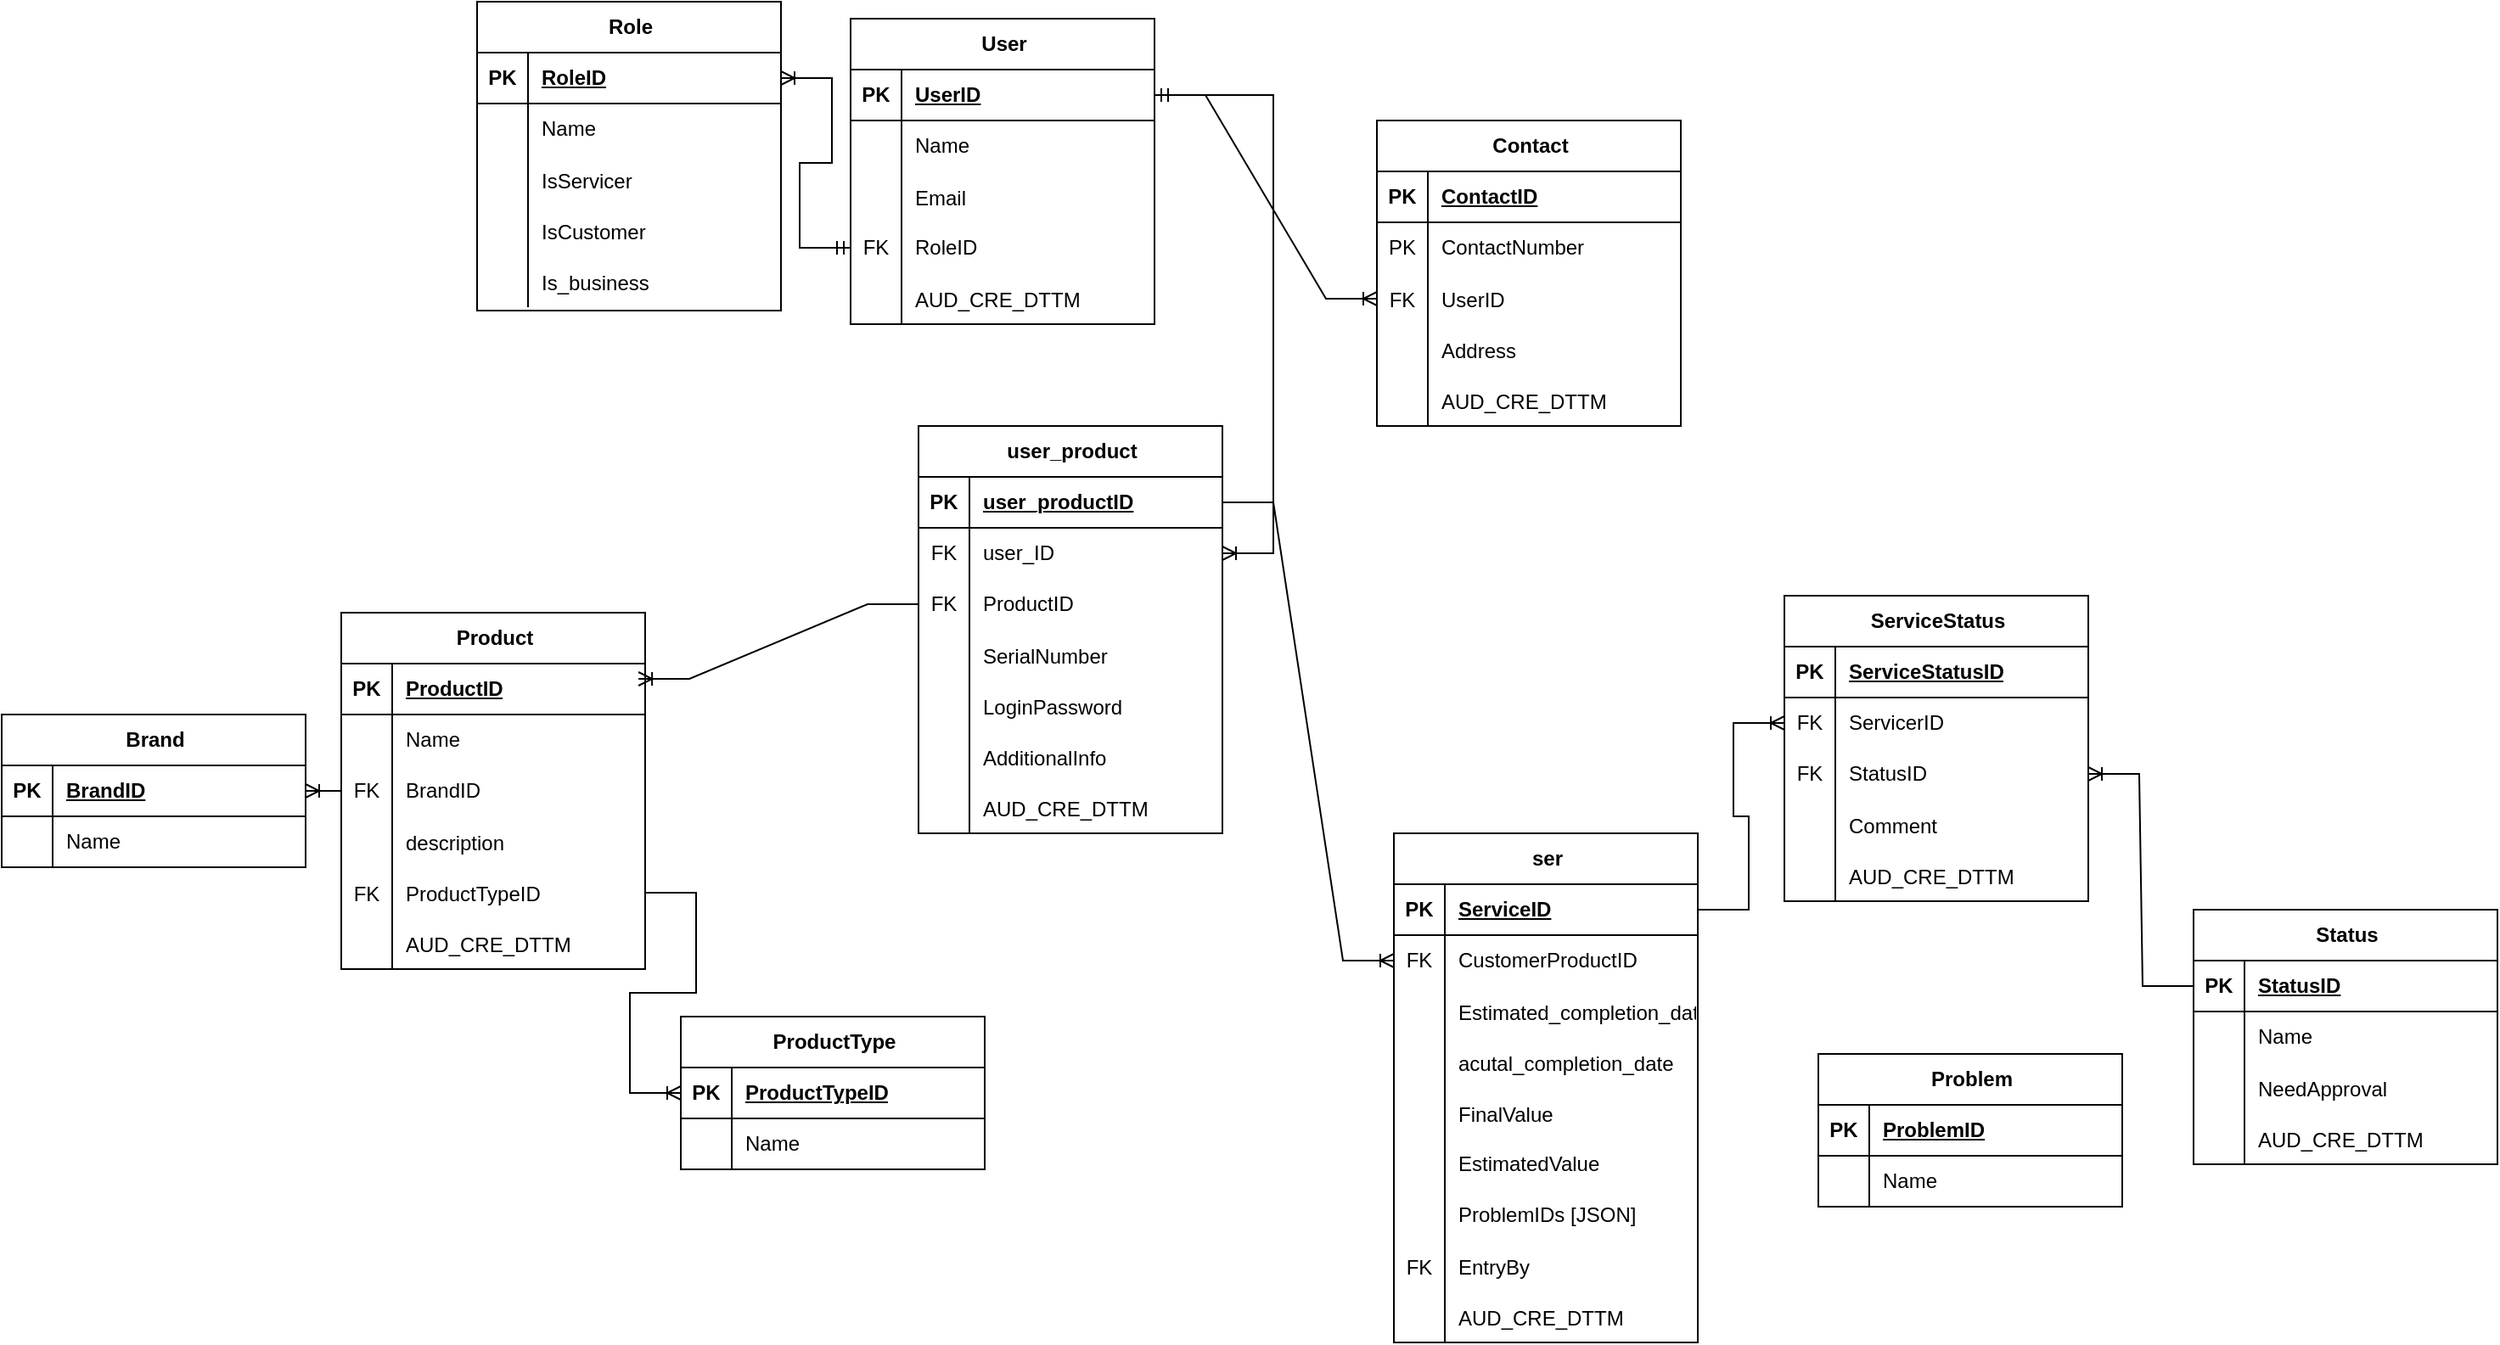
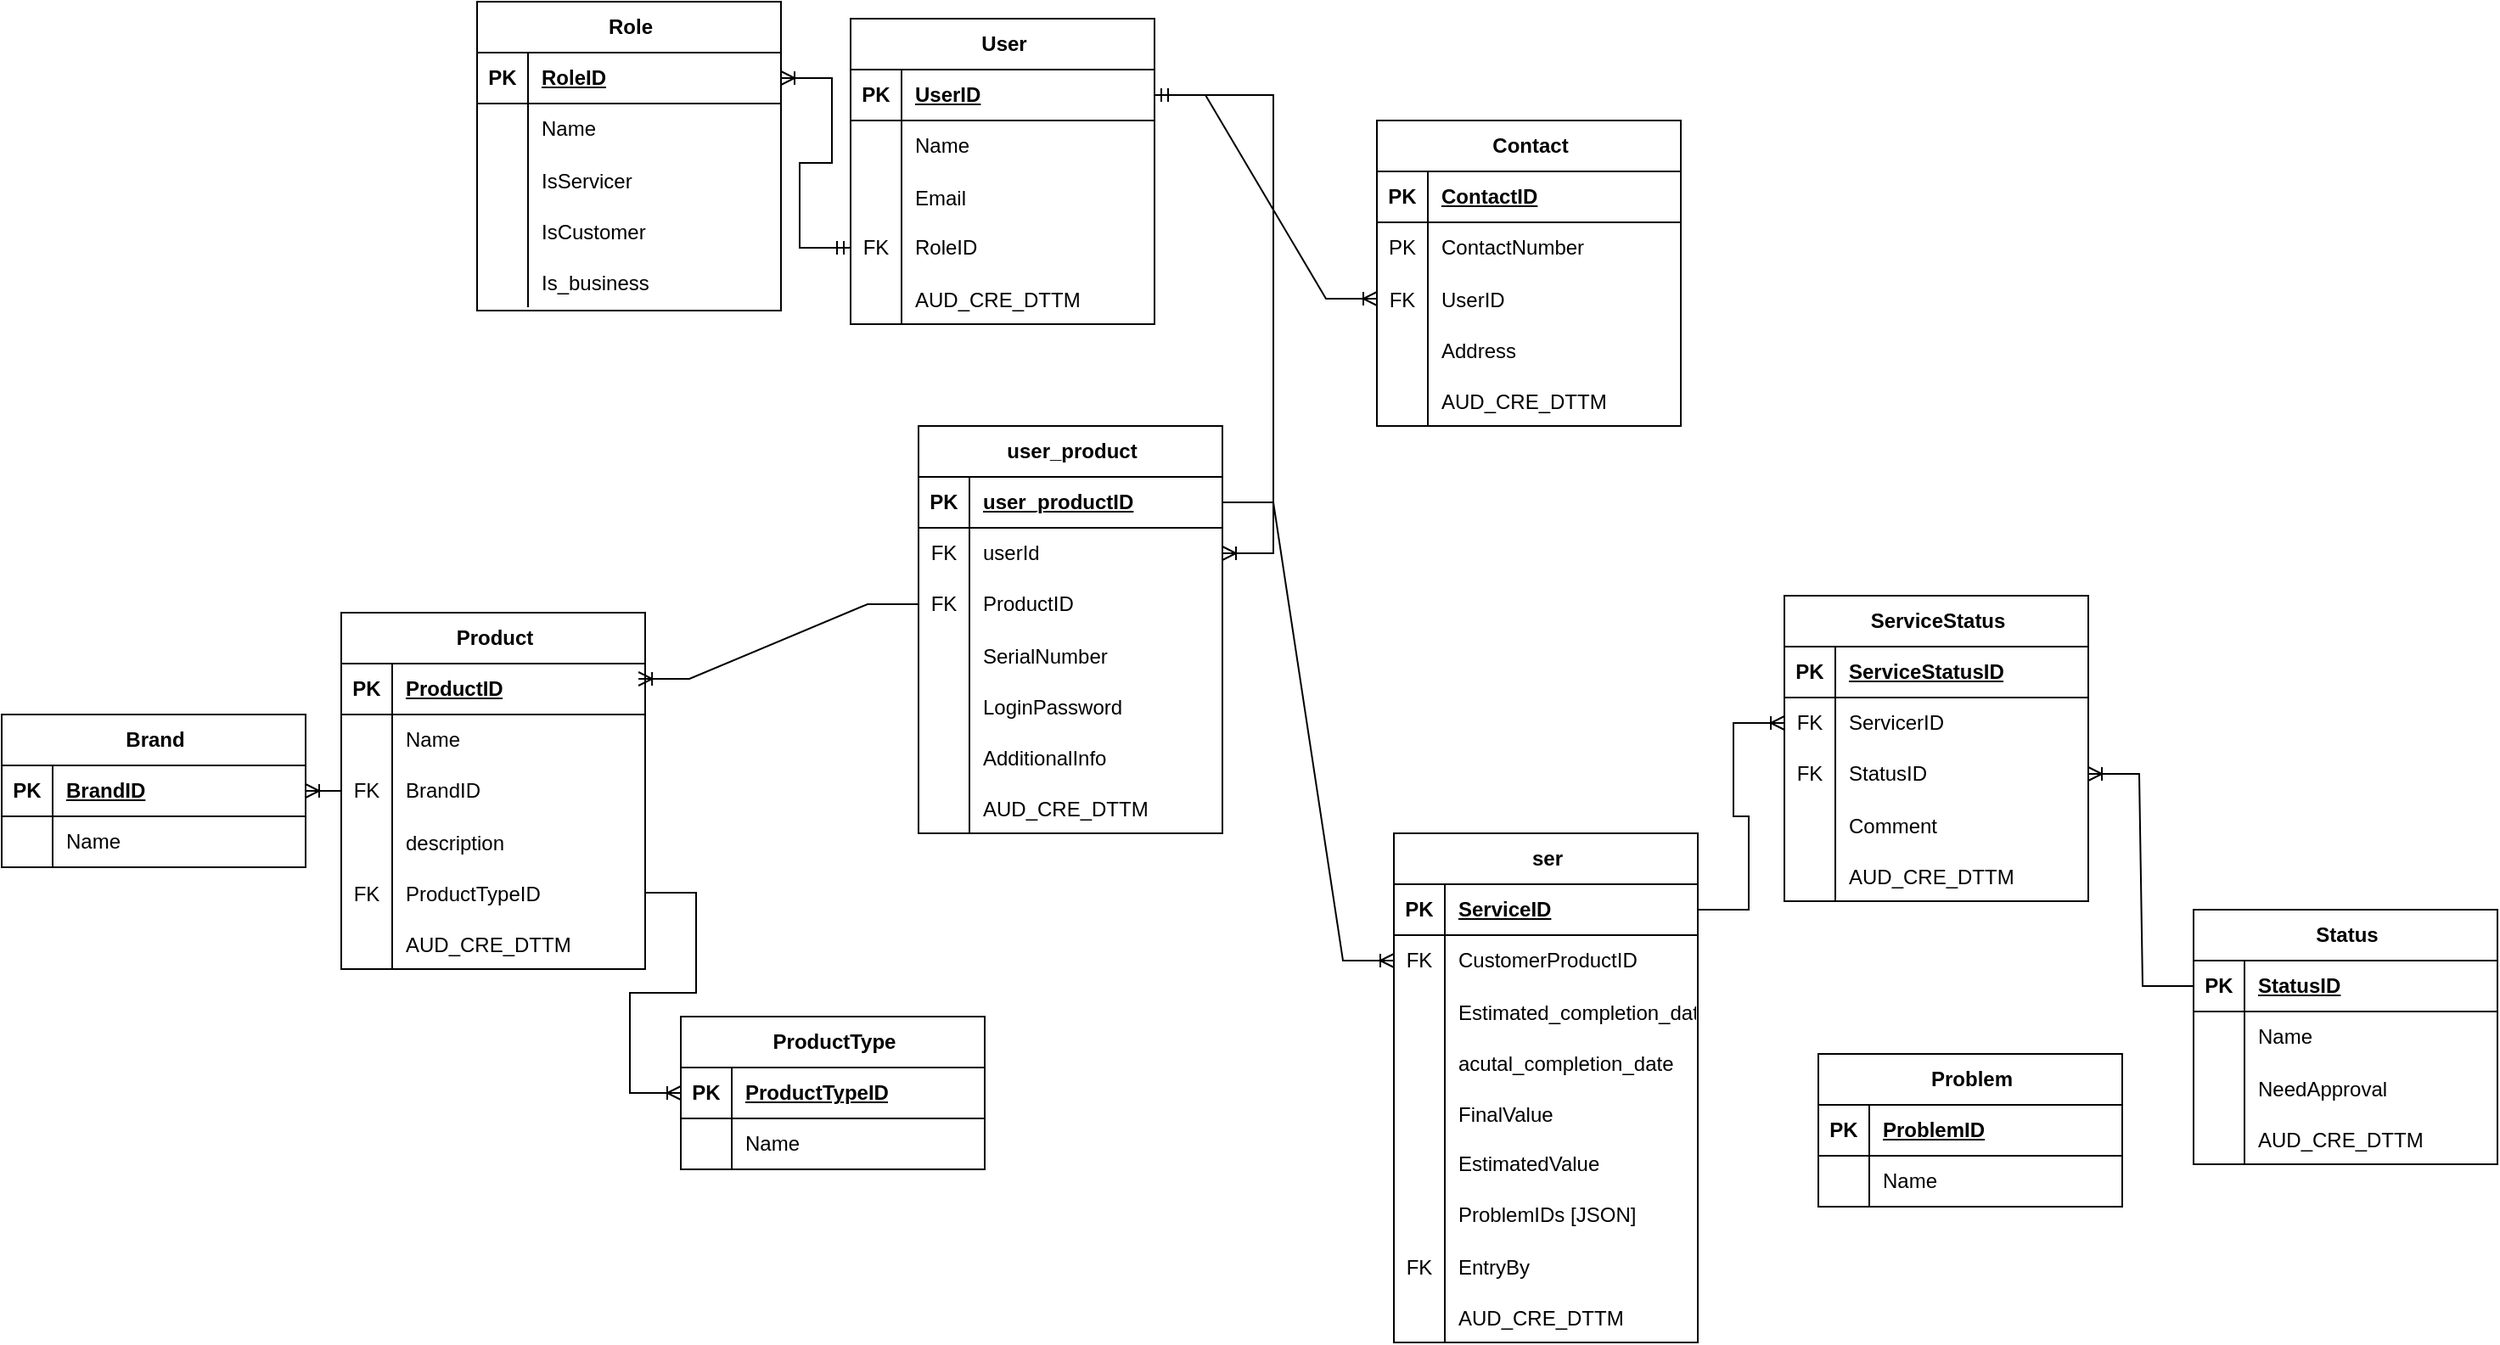
<mxfile host="65bd71144e">
    <diagram name="Page-1" id="C8HubtgNFo4YF2kHRXcu">
        <mxGraphModel dx="1322" dy="549" grid="1" gridSize="10" guides="1" tooltips="1" connect="1" arrows="1" fold="1" page="1" pageScale="1" pageWidth="850" pageHeight="1100" math="0" shadow="0">
            <root>
                <mxCell id="0"/>
                <mxCell id="1" parent="0"/>
                <mxCell id="cUr93fnJDCKAC3NK_D3m-14" value="User" style="shape=table;startSize=30;container=1;collapsible=1;childLayout=tableLayout;fixedRows=1;rowLines=0;fontStyle=1;align=center;resizeLast=1;html=1;" parent="1" vertex="1">
                    <mxGeometry x="-120" y="10" width="179" height="180" as="geometry"/>
                </mxCell>
                <mxCell id="cUr93fnJDCKAC3NK_D3m-15" value="" style="shape=tableRow;horizontal=0;startSize=0;swimlaneHead=0;swimlaneBody=0;fillColor=none;collapsible=0;dropTarget=0;points=[[0,0.5],[1,0.5]];portConstraint=eastwest;top=0;left=0;right=0;bottom=1;" parent="cUr93fnJDCKAC3NK_D3m-14" vertex="1">
                    <mxGeometry y="30" width="179" height="30" as="geometry"/>
                </mxCell>
                <mxCell id="cUr93fnJDCKAC3NK_D3m-16" value="PK" style="shape=partialRectangle;connectable=0;fillColor=none;top=0;left=0;bottom=0;right=0;fontStyle=1;overflow=hidden;whiteSpace=wrap;html=1;" parent="cUr93fnJDCKAC3NK_D3m-15" vertex="1">
                    <mxGeometry width="30" height="30" as="geometry">
                        <mxRectangle width="30" height="30" as="alternateBounds"/>
                    </mxGeometry>
                </mxCell>
                <mxCell id="cUr93fnJDCKAC3NK_D3m-17" value="&lt;div&gt;UserID&lt;/div&gt;" style="shape=partialRectangle;connectable=0;fillColor=none;top=0;left=0;bottom=0;right=0;align=left;spacingLeft=6;fontStyle=5;overflow=hidden;whiteSpace=wrap;html=1;" parent="cUr93fnJDCKAC3NK_D3m-15" vertex="1">
                    <mxGeometry x="30" width="149" height="30" as="geometry">
                        <mxRectangle width="149" height="30" as="alternateBounds"/>
                    </mxGeometry>
                </mxCell>
                <mxCell id="cUr93fnJDCKAC3NK_D3m-18" value="" style="shape=tableRow;horizontal=0;startSize=0;swimlaneHead=0;swimlaneBody=0;fillColor=none;collapsible=0;dropTarget=0;points=[[0,0.5],[1,0.5]];portConstraint=eastwest;top=0;left=0;right=0;bottom=0;" parent="cUr93fnJDCKAC3NK_D3m-14" vertex="1">
                    <mxGeometry y="60" width="179" height="30" as="geometry"/>
                </mxCell>
                <mxCell id="cUr93fnJDCKAC3NK_D3m-19" value="" style="shape=partialRectangle;connectable=0;fillColor=none;top=0;left=0;bottom=0;right=0;editable=1;overflow=hidden;whiteSpace=wrap;html=1;" parent="cUr93fnJDCKAC3NK_D3m-18" vertex="1">
                    <mxGeometry width="30" height="30" as="geometry">
                        <mxRectangle width="30" height="30" as="alternateBounds"/>
                    </mxGeometry>
                </mxCell>
                <mxCell id="cUr93fnJDCKAC3NK_D3m-20" value="Name" style="shape=partialRectangle;connectable=0;fillColor=none;top=0;left=0;bottom=0;right=0;align=left;spacingLeft=6;overflow=hidden;whiteSpace=wrap;html=1;" parent="cUr93fnJDCKAC3NK_D3m-18" vertex="1">
                    <mxGeometry x="30" width="149" height="30" as="geometry">
                        <mxRectangle width="149" height="30" as="alternateBounds"/>
                    </mxGeometry>
                </mxCell>
                <mxCell id="2" value="" style="shape=tableRow;horizontal=0;startSize=0;swimlaneHead=0;swimlaneBody=0;fillColor=none;collapsible=0;dropTarget=0;points=[[0,0.5],[1,0.5]];portConstraint=eastwest;top=0;left=0;right=0;bottom=0;" vertex="1" parent="cUr93fnJDCKAC3NK_D3m-14">
                    <mxGeometry y="90" width="179" height="30" as="geometry"/>
                </mxCell>
                <mxCell id="3" value="" style="shape=partialRectangle;connectable=0;fillColor=none;top=0;left=0;bottom=0;right=0;editable=1;overflow=hidden;" vertex="1" parent="2">
                    <mxGeometry width="30" height="30" as="geometry">
                        <mxRectangle width="30" height="30" as="alternateBounds"/>
                    </mxGeometry>
                </mxCell>
                <mxCell id="4" value="Email" style="shape=partialRectangle;connectable=0;fillColor=none;top=0;left=0;bottom=0;right=0;align=left;spacingLeft=6;overflow=hidden;" vertex="1" parent="2">
                    <mxGeometry x="30" width="149" height="30" as="geometry">
                        <mxRectangle width="149" height="30" as="alternateBounds"/>
                    </mxGeometry>
                </mxCell>
                <mxCell id="cUr93fnJDCKAC3NK_D3m-24" value="" style="shape=tableRow;horizontal=0;startSize=0;swimlaneHead=0;swimlaneBody=0;fillColor=none;collapsible=0;dropTarget=0;points=[[0,0.5],[1,0.5]];portConstraint=eastwest;top=0;left=0;right=0;bottom=0;" parent="cUr93fnJDCKAC3NK_D3m-14" vertex="1">
                    <mxGeometry y="120" width="179" height="30" as="geometry"/>
                </mxCell>
                <mxCell id="cUr93fnJDCKAC3NK_D3m-25" value="FK" style="shape=partialRectangle;connectable=0;fillColor=none;top=0;left=0;bottom=0;right=0;editable=1;overflow=hidden;whiteSpace=wrap;html=1;" parent="cUr93fnJDCKAC3NK_D3m-24" vertex="1">
                    <mxGeometry width="30" height="30" as="geometry">
                        <mxRectangle width="30" height="30" as="alternateBounds"/>
                    </mxGeometry>
                </mxCell>
                <mxCell id="cUr93fnJDCKAC3NK_D3m-26" value="RoleID" style="shape=partialRectangle;connectable=0;fillColor=none;top=0;left=0;bottom=0;right=0;align=left;spacingLeft=6;overflow=hidden;whiteSpace=wrap;html=1;" parent="cUr93fnJDCKAC3NK_D3m-24" vertex="1">
                    <mxGeometry x="30" width="149" height="30" as="geometry">
                        <mxRectangle width="149" height="30" as="alternateBounds"/>
                    </mxGeometry>
                </mxCell>
                <mxCell id="cUr93fnJDCKAC3NK_D3m-81" value="" style="shape=tableRow;horizontal=0;startSize=0;swimlaneHead=0;swimlaneBody=0;fillColor=none;collapsible=0;dropTarget=0;points=[[0,0.5],[1,0.5]];portConstraint=eastwest;top=0;left=0;right=0;bottom=0;" parent="cUr93fnJDCKAC3NK_D3m-14" vertex="1">
                    <mxGeometry y="150" width="179" height="30" as="geometry"/>
                </mxCell>
                <mxCell id="cUr93fnJDCKAC3NK_D3m-82" value="" style="shape=partialRectangle;connectable=0;fillColor=none;top=0;left=0;bottom=0;right=0;editable=1;overflow=hidden;" parent="cUr93fnJDCKAC3NK_D3m-81" vertex="1">
                    <mxGeometry width="30" height="30" as="geometry">
                        <mxRectangle width="30" height="30" as="alternateBounds"/>
                    </mxGeometry>
                </mxCell>
                <mxCell id="cUr93fnJDCKAC3NK_D3m-83" value="AUD_CRE_DTTM" style="shape=partialRectangle;connectable=0;fillColor=none;top=0;left=0;bottom=0;right=0;align=left;spacingLeft=6;overflow=hidden;" parent="cUr93fnJDCKAC3NK_D3m-81" vertex="1">
                    <mxGeometry x="30" width="149" height="30" as="geometry">
                        <mxRectangle width="149" height="30" as="alternateBounds"/>
                    </mxGeometry>
                </mxCell>
                <mxCell id="cUr93fnJDCKAC3NK_D3m-62" value="Contact" style="shape=table;startSize=30;container=1;collapsible=1;childLayout=tableLayout;fixedRows=1;rowLines=0;fontStyle=1;align=center;resizeLast=1;html=1;" parent="1" vertex="1">
                    <mxGeometry x="190" y="70" width="179" height="180" as="geometry"/>
                </mxCell>
                <mxCell id="cUr93fnJDCKAC3NK_D3m-63" value="" style="shape=tableRow;horizontal=0;startSize=0;swimlaneHead=0;swimlaneBody=0;fillColor=none;collapsible=0;dropTarget=0;points=[[0,0.5],[1,0.5]];portConstraint=eastwest;top=0;left=0;right=0;bottom=1;" parent="cUr93fnJDCKAC3NK_D3m-62" vertex="1">
                    <mxGeometry y="30" width="179" height="30" as="geometry"/>
                </mxCell>
                <mxCell id="cUr93fnJDCKAC3NK_D3m-64" value="PK" style="shape=partialRectangle;connectable=0;fillColor=none;top=0;left=0;bottom=0;right=0;fontStyle=1;overflow=hidden;whiteSpace=wrap;html=1;" parent="cUr93fnJDCKAC3NK_D3m-63" vertex="1">
                    <mxGeometry width="30" height="30" as="geometry">
                        <mxRectangle width="30" height="30" as="alternateBounds"/>
                    </mxGeometry>
                </mxCell>
                <mxCell id="cUr93fnJDCKAC3NK_D3m-65" value="ContactID" style="shape=partialRectangle;connectable=0;fillColor=none;top=0;left=0;bottom=0;right=0;align=left;spacingLeft=6;fontStyle=5;overflow=hidden;whiteSpace=wrap;html=1;" parent="cUr93fnJDCKAC3NK_D3m-63" vertex="1">
                    <mxGeometry x="30" width="149" height="30" as="geometry">
                        <mxRectangle width="149" height="30" as="alternateBounds"/>
                    </mxGeometry>
                </mxCell>
                <mxCell id="cUr93fnJDCKAC3NK_D3m-66" value="" style="shape=tableRow;horizontal=0;startSize=0;swimlaneHead=0;swimlaneBody=0;fillColor=none;collapsible=0;dropTarget=0;points=[[0,0.5],[1,0.5]];portConstraint=eastwest;top=0;left=0;right=0;bottom=0;" parent="cUr93fnJDCKAC3NK_D3m-62" vertex="1">
                    <mxGeometry y="60" width="179" height="30" as="geometry"/>
                </mxCell>
                <mxCell id="cUr93fnJDCKAC3NK_D3m-67" value="PK" style="shape=partialRectangle;connectable=0;fillColor=none;top=0;left=0;bottom=0;right=0;editable=1;overflow=hidden;whiteSpace=wrap;html=1;" parent="cUr93fnJDCKAC3NK_D3m-66" vertex="1">
                    <mxGeometry width="30" height="30" as="geometry">
                        <mxRectangle width="30" height="30" as="alternateBounds"/>
                    </mxGeometry>
                </mxCell>
                <mxCell id="cUr93fnJDCKAC3NK_D3m-68" value="ContactNumber" style="shape=partialRectangle;connectable=0;fillColor=none;top=0;left=0;bottom=0;right=0;align=left;spacingLeft=6;overflow=hidden;whiteSpace=wrap;html=1;" parent="cUr93fnJDCKAC3NK_D3m-66" vertex="1">
                    <mxGeometry x="30" width="149" height="30" as="geometry">
                        <mxRectangle width="149" height="30" as="alternateBounds"/>
                    </mxGeometry>
                </mxCell>
                <mxCell id="5" value="" style="shape=tableRow;horizontal=0;startSize=0;swimlaneHead=0;swimlaneBody=0;fillColor=none;collapsible=0;dropTarget=0;points=[[0,0.5],[1,0.5]];portConstraint=eastwest;top=0;left=0;right=0;bottom=0;" vertex="1" parent="cUr93fnJDCKAC3NK_D3m-62">
                    <mxGeometry y="90" width="179" height="30" as="geometry"/>
                </mxCell>
                <mxCell id="6" value="FK" style="shape=partialRectangle;connectable=0;fillColor=none;top=0;left=0;bottom=0;right=0;editable=1;overflow=hidden;" vertex="1" parent="5">
                    <mxGeometry width="30" height="30" as="geometry">
                        <mxRectangle width="30" height="30" as="alternateBounds"/>
                    </mxGeometry>
                </mxCell>
                <mxCell id="7" value="UserID" style="shape=partialRectangle;connectable=0;fillColor=none;top=0;left=0;bottom=0;right=0;align=left;spacingLeft=6;overflow=hidden;" vertex="1" parent="5">
                    <mxGeometry x="30" width="149" height="30" as="geometry">
                        <mxRectangle width="149" height="30" as="alternateBounds"/>
                    </mxGeometry>
                </mxCell>
                <mxCell id="cUr93fnJDCKAC3NK_D3m-182" value="" style="shape=tableRow;horizontal=0;startSize=0;swimlaneHead=0;swimlaneBody=0;fillColor=none;collapsible=0;dropTarget=0;points=[[0,0.5],[1,0.5]];portConstraint=eastwest;top=0;left=0;right=0;bottom=0;" parent="cUr93fnJDCKAC3NK_D3m-62" vertex="1">
                    <mxGeometry y="120" width="179" height="30" as="geometry"/>
                </mxCell>
                <mxCell id="cUr93fnJDCKAC3NK_D3m-183" value="" style="shape=partialRectangle;connectable=0;fillColor=none;top=0;left=0;bottom=0;right=0;editable=1;overflow=hidden;" parent="cUr93fnJDCKAC3NK_D3m-182" vertex="1">
                    <mxGeometry width="30" height="30" as="geometry">
                        <mxRectangle width="30" height="30" as="alternateBounds"/>
                    </mxGeometry>
                </mxCell>
                <mxCell id="cUr93fnJDCKAC3NK_D3m-184" value="Address" style="shape=partialRectangle;connectable=0;fillColor=none;top=0;left=0;bottom=0;right=0;align=left;spacingLeft=6;overflow=hidden;" parent="cUr93fnJDCKAC3NK_D3m-182" vertex="1">
                    <mxGeometry x="30" width="149" height="30" as="geometry">
                        <mxRectangle width="149" height="30" as="alternateBounds"/>
                    </mxGeometry>
                </mxCell>
                <mxCell id="cUr93fnJDCKAC3NK_D3m-87" value="" style="shape=tableRow;horizontal=0;startSize=0;swimlaneHead=0;swimlaneBody=0;fillColor=none;collapsible=0;dropTarget=0;points=[[0,0.5],[1,0.5]];portConstraint=eastwest;top=0;left=0;right=0;bottom=0;" parent="cUr93fnJDCKAC3NK_D3m-62" vertex="1">
                    <mxGeometry y="150" width="179" height="30" as="geometry"/>
                </mxCell>
                <mxCell id="cUr93fnJDCKAC3NK_D3m-88" value="" style="shape=partialRectangle;connectable=0;fillColor=none;top=0;left=0;bottom=0;right=0;editable=1;overflow=hidden;" parent="cUr93fnJDCKAC3NK_D3m-87" vertex="1">
                    <mxGeometry width="30" height="30" as="geometry">
                        <mxRectangle width="30" height="30" as="alternateBounds"/>
                    </mxGeometry>
                </mxCell>
                <mxCell id="cUr93fnJDCKAC3NK_D3m-89" value="AUD_CRE_DTTM" style="shape=partialRectangle;connectable=0;fillColor=none;top=0;left=0;bottom=0;right=0;align=left;spacingLeft=6;overflow=hidden;" parent="cUr93fnJDCKAC3NK_D3m-87" vertex="1">
                    <mxGeometry x="30" width="149" height="30" as="geometry">
                        <mxRectangle width="149" height="30" as="alternateBounds"/>
                    </mxGeometry>
                </mxCell>
                <mxCell id="cUr93fnJDCKAC3NK_D3m-99" value="" style="edgeStyle=entityRelationEdgeStyle;fontSize=12;html=1;endArrow=ERoneToMany;startArrow=ERmandOne;rounded=0;entryX=0;entryY=0.5;entryDx=0;entryDy=0;exitX=1;exitY=0.5;exitDx=0;exitDy=0;" parent="1" source="cUr93fnJDCKAC3NK_D3m-15" target="5" edge="1">
                    <mxGeometry width="100" height="100" relative="1" as="geometry">
                        <mxPoint x="370" y="220" as="sourcePoint"/>
                        <mxPoint x="470" y="120" as="targetPoint"/>
                    </mxGeometry>
                </mxCell>
                <mxCell id="cUr93fnJDCKAC3NK_D3m-100" value="Role" style="shape=table;startSize=30;container=1;collapsible=1;childLayout=tableLayout;fixedRows=1;rowLines=0;fontStyle=1;align=center;resizeLast=1;html=1;" parent="1" vertex="1">
                    <mxGeometry x="-340" width="179" height="182" as="geometry"/>
                </mxCell>
                <mxCell id="cUr93fnJDCKAC3NK_D3m-101" value="" style="shape=tableRow;horizontal=0;startSize=0;swimlaneHead=0;swimlaneBody=0;fillColor=none;collapsible=0;dropTarget=0;points=[[0,0.5],[1,0.5]];portConstraint=eastwest;top=0;left=0;right=0;bottom=1;" parent="cUr93fnJDCKAC3NK_D3m-100" vertex="1">
                    <mxGeometry y="30" width="179" height="30" as="geometry"/>
                </mxCell>
                <mxCell id="cUr93fnJDCKAC3NK_D3m-102" value="PK" style="shape=partialRectangle;connectable=0;fillColor=none;top=0;left=0;bottom=0;right=0;fontStyle=1;overflow=hidden;whiteSpace=wrap;html=1;" parent="cUr93fnJDCKAC3NK_D3m-101" vertex="1">
                    <mxGeometry width="30" height="30" as="geometry">
                        <mxRectangle width="30" height="30" as="alternateBounds"/>
                    </mxGeometry>
                </mxCell>
                <mxCell id="cUr93fnJDCKAC3NK_D3m-103" value="RoleID" style="shape=partialRectangle;connectable=0;fillColor=none;top=0;left=0;bottom=0;right=0;align=left;spacingLeft=6;fontStyle=5;overflow=hidden;whiteSpace=wrap;html=1;" parent="cUr93fnJDCKAC3NK_D3m-101" vertex="1">
                    <mxGeometry x="30" width="149" height="30" as="geometry">
                        <mxRectangle width="149" height="30" as="alternateBounds"/>
                    </mxGeometry>
                </mxCell>
                <mxCell id="cUr93fnJDCKAC3NK_D3m-104" value="" style="shape=tableRow;horizontal=0;startSize=0;swimlaneHead=0;swimlaneBody=0;fillColor=none;collapsible=0;dropTarget=0;points=[[0,0.5],[1,0.5]];portConstraint=eastwest;top=0;left=0;right=0;bottom=0;" parent="cUr93fnJDCKAC3NK_D3m-100" vertex="1">
                    <mxGeometry y="60" width="179" height="30" as="geometry"/>
                </mxCell>
                <mxCell id="cUr93fnJDCKAC3NK_D3m-105" value="" style="shape=partialRectangle;connectable=0;fillColor=none;top=0;left=0;bottom=0;right=0;editable=1;overflow=hidden;whiteSpace=wrap;html=1;" parent="cUr93fnJDCKAC3NK_D3m-104" vertex="1">
                    <mxGeometry width="30" height="30" as="geometry">
                        <mxRectangle width="30" height="30" as="alternateBounds"/>
                    </mxGeometry>
                </mxCell>
                <mxCell id="cUr93fnJDCKAC3NK_D3m-106" value="Name" style="shape=partialRectangle;connectable=0;fillColor=none;top=0;left=0;bottom=0;right=0;align=left;spacingLeft=6;overflow=hidden;whiteSpace=wrap;html=1;" parent="cUr93fnJDCKAC3NK_D3m-104" vertex="1">
                    <mxGeometry x="30" width="149" height="30" as="geometry">
                        <mxRectangle width="149" height="30" as="alternateBounds"/>
                    </mxGeometry>
                </mxCell>
                <mxCell id="i-P9ySIGG9A3UQozedbz-52" value="" style="shape=tableRow;horizontal=0;startSize=0;swimlaneHead=0;swimlaneBody=0;fillColor=none;collapsible=0;dropTarget=0;points=[[0,0.5],[1,0.5]];portConstraint=eastwest;top=0;left=0;right=0;bottom=0;" parent="cUr93fnJDCKAC3NK_D3m-100" vertex="1">
                    <mxGeometry y="90" width="179" height="30" as="geometry"/>
                </mxCell>
                <mxCell id="i-P9ySIGG9A3UQozedbz-53" value="" style="shape=partialRectangle;connectable=0;fillColor=none;top=0;left=0;bottom=0;right=0;editable=1;overflow=hidden;" parent="i-P9ySIGG9A3UQozedbz-52" vertex="1">
                    <mxGeometry width="30" height="30" as="geometry">
                        <mxRectangle width="30" height="30" as="alternateBounds"/>
                    </mxGeometry>
                </mxCell>
                <mxCell id="i-P9ySIGG9A3UQozedbz-54" value="IsServicer" style="shape=partialRectangle;connectable=0;fillColor=none;top=0;left=0;bottom=0;right=0;align=left;spacingLeft=6;overflow=hidden;" parent="i-P9ySIGG9A3UQozedbz-52" vertex="1">
                    <mxGeometry x="30" width="149" height="30" as="geometry">
                        <mxRectangle width="149" height="30" as="alternateBounds"/>
                    </mxGeometry>
                </mxCell>
                <mxCell id="i-P9ySIGG9A3UQozedbz-55" value="" style="shape=tableRow;horizontal=0;startSize=0;swimlaneHead=0;swimlaneBody=0;fillColor=none;collapsible=0;dropTarget=0;points=[[0,0.5],[1,0.5]];portConstraint=eastwest;top=0;left=0;right=0;bottom=0;" parent="cUr93fnJDCKAC3NK_D3m-100" vertex="1">
                    <mxGeometry y="120" width="179" height="30" as="geometry"/>
                </mxCell>
                <mxCell id="i-P9ySIGG9A3UQozedbz-56" value="" style="shape=partialRectangle;connectable=0;fillColor=none;top=0;left=0;bottom=0;right=0;editable=1;overflow=hidden;" parent="i-P9ySIGG9A3UQozedbz-55" vertex="1">
                    <mxGeometry width="30" height="30" as="geometry">
                        <mxRectangle width="30" height="30" as="alternateBounds"/>
                    </mxGeometry>
                </mxCell>
                <mxCell id="i-P9ySIGG9A3UQozedbz-57" value="IsCustomer" style="shape=partialRectangle;connectable=0;fillColor=none;top=0;left=0;bottom=0;right=0;align=left;spacingLeft=6;overflow=hidden;" parent="i-P9ySIGG9A3UQozedbz-55" vertex="1">
                    <mxGeometry x="30" width="149" height="30" as="geometry">
                        <mxRectangle width="149" height="30" as="alternateBounds"/>
                    </mxGeometry>
                </mxCell>
                <mxCell id="8" value="" style="shape=tableRow;horizontal=0;startSize=0;swimlaneHead=0;swimlaneBody=0;fillColor=none;collapsible=0;dropTarget=0;points=[[0,0.5],[1,0.5]];portConstraint=eastwest;top=0;left=0;right=0;bottom=0;" vertex="1" parent="cUr93fnJDCKAC3NK_D3m-100">
                    <mxGeometry y="150" width="179" height="30" as="geometry"/>
                </mxCell>
                <mxCell id="9" value="" style="shape=partialRectangle;connectable=0;fillColor=none;top=0;left=0;bottom=0;right=0;editable=1;overflow=hidden;" vertex="1" parent="8">
                    <mxGeometry width="30" height="30" as="geometry">
                        <mxRectangle width="30" height="30" as="alternateBounds"/>
                    </mxGeometry>
                </mxCell>
                <mxCell id="10" value="Is_business" style="shape=partialRectangle;connectable=0;fillColor=none;top=0;left=0;bottom=0;right=0;align=left;spacingLeft=6;overflow=hidden;" vertex="1" parent="8">
                    <mxGeometry x="30" width="149" height="30" as="geometry">
                        <mxRectangle width="149" height="30" as="alternateBounds"/>
                    </mxGeometry>
                </mxCell>
                <mxCell id="cUr93fnJDCKAC3NK_D3m-122" value="" style="edgeStyle=entityRelationEdgeStyle;fontSize=12;html=1;endArrow=ERoneToMany;startArrow=ERmandOne;rounded=0;" parent="1" source="cUr93fnJDCKAC3NK_D3m-24" target="cUr93fnJDCKAC3NK_D3m-101" edge="1">
                    <mxGeometry width="100" height="100" relative="1" as="geometry">
                        <mxPoint x="339" y="205" as="sourcePoint"/>
                        <mxPoint x="440" y="90" as="targetPoint"/>
                    </mxGeometry>
                </mxCell>
                <mxCell id="cUr93fnJDCKAC3NK_D3m-140" value="ser" style="shape=table;startSize=30;container=1;collapsible=1;childLayout=tableLayout;fixedRows=1;rowLines=0;fontStyle=1;align=center;resizeLast=1;html=1;" parent="1" vertex="1">
                    <mxGeometry x="200" y="490" width="179" height="300" as="geometry"/>
                </mxCell>
                <mxCell id="cUr93fnJDCKAC3NK_D3m-141" value="" style="shape=tableRow;horizontal=0;startSize=0;swimlaneHead=0;swimlaneBody=0;fillColor=none;collapsible=0;dropTarget=0;points=[[0,0.5],[1,0.5]];portConstraint=eastwest;top=0;left=0;right=0;bottom=1;" parent="cUr93fnJDCKAC3NK_D3m-140" vertex="1">
                    <mxGeometry y="30" width="179" height="30" as="geometry"/>
                </mxCell>
                <mxCell id="cUr93fnJDCKAC3NK_D3m-142" value="PK" style="shape=partialRectangle;connectable=0;fillColor=none;top=0;left=0;bottom=0;right=0;fontStyle=1;overflow=hidden;whiteSpace=wrap;html=1;" parent="cUr93fnJDCKAC3NK_D3m-141" vertex="1">
                    <mxGeometry width="30" height="30" as="geometry">
                        <mxRectangle width="30" height="30" as="alternateBounds"/>
                    </mxGeometry>
                </mxCell>
                <mxCell id="cUr93fnJDCKAC3NK_D3m-143" value="ServiceID" style="shape=partialRectangle;connectable=0;fillColor=none;top=0;left=0;bottom=0;right=0;align=left;spacingLeft=6;fontStyle=5;overflow=hidden;whiteSpace=wrap;html=1;" parent="cUr93fnJDCKAC3NK_D3m-141" vertex="1">
                    <mxGeometry x="30" width="149" height="30" as="geometry">
                        <mxRectangle width="149" height="30" as="alternateBounds"/>
                    </mxGeometry>
                </mxCell>
                <mxCell id="cUr93fnJDCKAC3NK_D3m-144" value="" style="shape=tableRow;horizontal=0;startSize=0;swimlaneHead=0;swimlaneBody=0;fillColor=none;collapsible=0;dropTarget=0;points=[[0,0.5],[1,0.5]];portConstraint=eastwest;top=0;left=0;right=0;bottom=0;" parent="cUr93fnJDCKAC3NK_D3m-140" vertex="1">
                    <mxGeometry y="60" width="179" height="30" as="geometry"/>
                </mxCell>
                <mxCell id="cUr93fnJDCKAC3NK_D3m-145" value="FK" style="shape=partialRectangle;connectable=0;fillColor=none;top=0;left=0;bottom=0;right=0;editable=1;overflow=hidden;whiteSpace=wrap;html=1;" parent="cUr93fnJDCKAC3NK_D3m-144" vertex="1">
                    <mxGeometry width="30" height="30" as="geometry">
                        <mxRectangle width="30" height="30" as="alternateBounds"/>
                    </mxGeometry>
                </mxCell>
                <mxCell id="cUr93fnJDCKAC3NK_D3m-146" value="CustomerProductID" style="shape=partialRectangle;connectable=0;fillColor=none;top=0;left=0;bottom=0;right=0;align=left;spacingLeft=6;overflow=hidden;whiteSpace=wrap;html=1;" parent="cUr93fnJDCKAC3NK_D3m-144" vertex="1">
                    <mxGeometry x="30" width="149" height="30" as="geometry">
                        <mxRectangle width="149" height="30" as="alternateBounds"/>
                    </mxGeometry>
                </mxCell>
                <mxCell id="15" value="" style="shape=tableRow;horizontal=0;startSize=0;swimlaneHead=0;swimlaneBody=0;fillColor=none;collapsible=0;dropTarget=0;points=[[0,0.5],[1,0.5]];portConstraint=eastwest;top=0;left=0;right=0;bottom=0;" vertex="1" parent="cUr93fnJDCKAC3NK_D3m-140">
                    <mxGeometry y="90" width="179" height="30" as="geometry"/>
                </mxCell>
                <mxCell id="16" value="" style="shape=partialRectangle;connectable=0;fillColor=none;top=0;left=0;bottom=0;right=0;editable=1;overflow=hidden;" vertex="1" parent="15">
                    <mxGeometry width="30" height="30" as="geometry">
                        <mxRectangle width="30" height="30" as="alternateBounds"/>
                    </mxGeometry>
                </mxCell>
                <mxCell id="17" value="Estimated_completion_date" style="shape=partialRectangle;connectable=0;fillColor=none;top=0;left=0;bottom=0;right=0;align=left;spacingLeft=6;overflow=hidden;" vertex="1" parent="15">
                    <mxGeometry x="30" width="149" height="30" as="geometry">
                        <mxRectangle width="149" height="30" as="alternateBounds"/>
                    </mxGeometry>
                </mxCell>
                <mxCell id="18" value="" style="shape=tableRow;horizontal=0;startSize=0;swimlaneHead=0;swimlaneBody=0;fillColor=none;collapsible=0;dropTarget=0;points=[[0,0.5],[1,0.5]];portConstraint=eastwest;top=0;left=0;right=0;bottom=0;" vertex="1" parent="cUr93fnJDCKAC3NK_D3m-140">
                    <mxGeometry y="120" width="179" height="30" as="geometry"/>
                </mxCell>
                <mxCell id="19" value="" style="shape=partialRectangle;connectable=0;fillColor=none;top=0;left=0;bottom=0;right=0;editable=1;overflow=hidden;" vertex="1" parent="18">
                    <mxGeometry width="30" height="30" as="geometry">
                        <mxRectangle width="30" height="30" as="alternateBounds"/>
                    </mxGeometry>
                </mxCell>
                <mxCell id="20" value="acutal_completion_date" style="shape=partialRectangle;connectable=0;fillColor=none;top=0;left=0;bottom=0;right=0;align=left;spacingLeft=6;overflow=hidden;" vertex="1" parent="18">
                    <mxGeometry x="30" width="149" height="30" as="geometry">
                        <mxRectangle width="149" height="30" as="alternateBounds"/>
                    </mxGeometry>
                </mxCell>
                <mxCell id="i-P9ySIGG9A3UQozedbz-27" value="" style="shape=tableRow;horizontal=0;startSize=0;swimlaneHead=0;swimlaneBody=0;fillColor=none;collapsible=0;dropTarget=0;points=[[0,0.5],[1,0.5]];portConstraint=eastwest;top=0;left=0;right=0;bottom=0;" parent="cUr93fnJDCKAC3NK_D3m-140" vertex="1">
                    <mxGeometry y="150" width="179" height="30" as="geometry"/>
                </mxCell>
                <mxCell id="i-P9ySIGG9A3UQozedbz-28" value="" style="shape=partialRectangle;connectable=0;fillColor=none;top=0;left=0;bottom=0;right=0;editable=1;overflow=hidden;" parent="i-P9ySIGG9A3UQozedbz-27" vertex="1">
                    <mxGeometry width="30" height="30" as="geometry">
                        <mxRectangle width="30" height="30" as="alternateBounds"/>
                    </mxGeometry>
                </mxCell>
                <mxCell id="i-P9ySIGG9A3UQozedbz-29" value="FinalValue" style="shape=partialRectangle;connectable=0;fillColor=none;top=0;left=0;bottom=0;right=0;align=left;spacingLeft=6;overflow=hidden;" parent="i-P9ySIGG9A3UQozedbz-27" vertex="1">
                    <mxGeometry x="30" width="149" height="30" as="geometry">
                        <mxRectangle width="149" height="30" as="alternateBounds"/>
                    </mxGeometry>
                </mxCell>
                <mxCell id="cUr93fnJDCKAC3NK_D3m-147" value="" style="shape=tableRow;horizontal=0;startSize=0;swimlaneHead=0;swimlaneBody=0;fillColor=none;collapsible=0;dropTarget=0;points=[[0,0.5],[1,0.5]];portConstraint=eastwest;top=0;left=0;right=0;bottom=0;" parent="cUr93fnJDCKAC3NK_D3m-140" vertex="1">
                    <mxGeometry y="180" width="179" height="30" as="geometry"/>
                </mxCell>
                <mxCell id="cUr93fnJDCKAC3NK_D3m-148" value="" style="shape=partialRectangle;connectable=0;fillColor=none;top=0;left=0;bottom=0;right=0;editable=1;overflow=hidden;whiteSpace=wrap;html=1;" parent="cUr93fnJDCKAC3NK_D3m-147" vertex="1">
                    <mxGeometry width="30" height="30" as="geometry">
                        <mxRectangle width="30" height="30" as="alternateBounds"/>
                    </mxGeometry>
                </mxCell>
                <mxCell id="cUr93fnJDCKAC3NK_D3m-149" value="EstimatedValue" style="shape=partialRectangle;connectable=0;fillColor=none;top=0;left=0;bottom=0;right=0;align=left;spacingLeft=6;overflow=hidden;whiteSpace=wrap;html=1;" parent="cUr93fnJDCKAC3NK_D3m-147" vertex="1">
                    <mxGeometry x="30" width="149" height="30" as="geometry">
                        <mxRectangle width="149" height="30" as="alternateBounds"/>
                    </mxGeometry>
                </mxCell>
                <mxCell id="cUr93fnJDCKAC3NK_D3m-150" value="" style="shape=tableRow;horizontal=0;startSize=0;swimlaneHead=0;swimlaneBody=0;fillColor=none;collapsible=0;dropTarget=0;points=[[0,0.5],[1,0.5]];portConstraint=eastwest;top=0;left=0;right=0;bottom=0;" parent="cUr93fnJDCKAC3NK_D3m-140" vertex="1">
                    <mxGeometry y="210" width="179" height="30" as="geometry"/>
                </mxCell>
                <mxCell id="cUr93fnJDCKAC3NK_D3m-151" value="" style="shape=partialRectangle;connectable=0;fillColor=none;top=0;left=0;bottom=0;right=0;editable=1;overflow=hidden;whiteSpace=wrap;html=1;" parent="cUr93fnJDCKAC3NK_D3m-150" vertex="1">
                    <mxGeometry width="30" height="30" as="geometry">
                        <mxRectangle width="30" height="30" as="alternateBounds"/>
                    </mxGeometry>
                </mxCell>
                <mxCell id="cUr93fnJDCKAC3NK_D3m-152" value="ProblemIDs [JSON]" style="shape=partialRectangle;connectable=0;fillColor=none;top=0;left=0;bottom=0;right=0;align=left;spacingLeft=6;overflow=hidden;whiteSpace=wrap;html=1;" parent="cUr93fnJDCKAC3NK_D3m-150" vertex="1">
                    <mxGeometry x="30" width="149" height="30" as="geometry">
                        <mxRectangle width="149" height="30" as="alternateBounds"/>
                    </mxGeometry>
                </mxCell>
                <mxCell id="i-P9ySIGG9A3UQozedbz-84" value="" style="shape=tableRow;horizontal=0;startSize=0;swimlaneHead=0;swimlaneBody=0;fillColor=none;collapsible=0;dropTarget=0;points=[[0,0.5],[1,0.5]];portConstraint=eastwest;top=0;left=0;right=0;bottom=0;" parent="cUr93fnJDCKAC3NK_D3m-140" vertex="1">
                    <mxGeometry y="240" width="179" height="30" as="geometry"/>
                </mxCell>
                <mxCell id="i-P9ySIGG9A3UQozedbz-85" value="FK" style="shape=partialRectangle;connectable=0;fillColor=none;top=0;left=0;bottom=0;right=0;editable=1;overflow=hidden;" parent="i-P9ySIGG9A3UQozedbz-84" vertex="1">
                    <mxGeometry width="30" height="30" as="geometry">
                        <mxRectangle width="30" height="30" as="alternateBounds"/>
                    </mxGeometry>
                </mxCell>
                <mxCell id="i-P9ySIGG9A3UQozedbz-86" value="EntryBy" style="shape=partialRectangle;connectable=0;fillColor=none;top=0;left=0;bottom=0;right=0;align=left;spacingLeft=6;overflow=hidden;" parent="i-P9ySIGG9A3UQozedbz-84" vertex="1">
                    <mxGeometry x="30" width="149" height="30" as="geometry">
                        <mxRectangle width="149" height="30" as="alternateBounds"/>
                    </mxGeometry>
                </mxCell>
                <mxCell id="cUr93fnJDCKAC3NK_D3m-153" value="" style="shape=tableRow;horizontal=0;startSize=0;swimlaneHead=0;swimlaneBody=0;fillColor=none;collapsible=0;dropTarget=0;points=[[0,0.5],[1,0.5]];portConstraint=eastwest;top=0;left=0;right=0;bottom=0;" parent="cUr93fnJDCKAC3NK_D3m-140" vertex="1">
                    <mxGeometry y="270" width="179" height="30" as="geometry"/>
                </mxCell>
                <mxCell id="cUr93fnJDCKAC3NK_D3m-154" value="" style="shape=partialRectangle;connectable=0;fillColor=none;top=0;left=0;bottom=0;right=0;editable=1;overflow=hidden;" parent="cUr93fnJDCKAC3NK_D3m-153" vertex="1">
                    <mxGeometry width="30" height="30" as="geometry">
                        <mxRectangle width="30" height="30" as="alternateBounds"/>
                    </mxGeometry>
                </mxCell>
                <mxCell id="cUr93fnJDCKAC3NK_D3m-155" value="AUD_CRE_DTTM" style="shape=partialRectangle;connectable=0;fillColor=none;top=0;left=0;bottom=0;right=0;align=left;spacingLeft=6;overflow=hidden;" parent="cUr93fnJDCKAC3NK_D3m-153" vertex="1">
                    <mxGeometry x="30" width="149" height="30" as="geometry">
                        <mxRectangle width="149" height="30" as="alternateBounds"/>
                    </mxGeometry>
                </mxCell>
                <mxCell id="cUr93fnJDCKAC3NK_D3m-159" value="user_product" style="shape=table;startSize=30;container=1;collapsible=1;childLayout=tableLayout;fixedRows=1;rowLines=0;fontStyle=1;align=center;resizeLast=1;html=1;" parent="1" vertex="1">
                    <mxGeometry x="-80" y="250" width="179" height="240" as="geometry"/>
                </mxCell>
                <mxCell id="cUr93fnJDCKAC3NK_D3m-160" value="" style="shape=tableRow;horizontal=0;startSize=0;swimlaneHead=0;swimlaneBody=0;fillColor=none;collapsible=0;dropTarget=0;points=[[0,0.5],[1,0.5]];portConstraint=eastwest;top=0;left=0;right=0;bottom=1;" parent="cUr93fnJDCKAC3NK_D3m-159" vertex="1">
                    <mxGeometry y="30" width="179" height="30" as="geometry"/>
                </mxCell>
                <mxCell id="cUr93fnJDCKAC3NK_D3m-161" value="PK" style="shape=partialRectangle;connectable=0;fillColor=none;top=0;left=0;bottom=0;right=0;fontStyle=1;overflow=hidden;whiteSpace=wrap;html=1;" parent="cUr93fnJDCKAC3NK_D3m-160" vertex="1">
                    <mxGeometry width="30" height="30" as="geometry">
                        <mxRectangle width="30" height="30" as="alternateBounds"/>
                    </mxGeometry>
                </mxCell>
                <mxCell id="cUr93fnJDCKAC3NK_D3m-162" value="user_productID" style="shape=partialRectangle;connectable=0;fillColor=none;top=0;left=0;bottom=0;right=0;align=left;spacingLeft=6;fontStyle=5;overflow=hidden;whiteSpace=wrap;html=1;" parent="cUr93fnJDCKAC3NK_D3m-160" vertex="1">
                    <mxGeometry x="30" width="149" height="30" as="geometry">
                        <mxRectangle width="149" height="30" as="alternateBounds"/>
                    </mxGeometry>
                </mxCell>
                <mxCell id="cUr93fnJDCKAC3NK_D3m-163" value="" style="shape=tableRow;horizontal=0;startSize=0;swimlaneHead=0;swimlaneBody=0;fillColor=none;collapsible=0;dropTarget=0;points=[[0,0.5],[1,0.5]];portConstraint=eastwest;top=0;left=0;right=0;bottom=0;" parent="cUr93fnJDCKAC3NK_D3m-159" vertex="1">
                    <mxGeometry y="60" width="179" height="30" as="geometry"/>
                </mxCell>
                <mxCell id="cUr93fnJDCKAC3NK_D3m-164" value="FK" style="shape=partialRectangle;connectable=0;fillColor=none;top=0;left=0;bottom=0;right=0;editable=1;overflow=hidden;whiteSpace=wrap;html=1;" parent="cUr93fnJDCKAC3NK_D3m-163" vertex="1">
                    <mxGeometry width="30" height="30" as="geometry">
                        <mxRectangle width="30" height="30" as="alternateBounds"/>
                    </mxGeometry>
                </mxCell>
-                 <mxCell id="cUr93fnJDCKAC3NK_D3m-165" value="user_ID" style="shape=partialRectangle;connectable=0;fillColor=none;top=0;left=0;bottom=0;right=0;align=left;spacingLeft=6;overflow=hidden;whiteSpace=wrap;html=1;" parent="cUr93fnJDCKAC3NK_D3m-163" vertex="1">
+                 <mxCell id="cUr93fnJDCKAC3NK_D3m-165" value="userId" style="shape=partialRectangle;connectable=0;fillColor=none;top=0;left=0;bottom=0;right=0;align=left;spacingLeft=6;overflow=hidden;whiteSpace=wrap;html=1;" parent="cUr93fnJDCKAC3NK_D3m-163" vertex="1">
                    <mxGeometry x="30" width="149" height="30" as="geometry">
                        <mxRectangle width="149" height="30" as="alternateBounds"/>
                    </mxGeometry>
                </mxCell>
                <mxCell id="cUr93fnJDCKAC3NK_D3m-166" value="" style="shape=tableRow;horizontal=0;startSize=0;swimlaneHead=0;swimlaneBody=0;fillColor=none;collapsible=0;dropTarget=0;points=[[0,0.5],[1,0.5]];portConstraint=eastwest;top=0;left=0;right=0;bottom=0;" parent="cUr93fnJDCKAC3NK_D3m-159" vertex="1">
                    <mxGeometry y="90" width="179" height="30" as="geometry"/>
                </mxCell>
                <mxCell id="cUr93fnJDCKAC3NK_D3m-167" value="FK" style="shape=partialRectangle;connectable=0;fillColor=none;top=0;left=0;bottom=0;right=0;editable=1;overflow=hidden;whiteSpace=wrap;html=1;" parent="cUr93fnJDCKAC3NK_D3m-166" vertex="1">
                    <mxGeometry width="30" height="30" as="geometry">
                        <mxRectangle width="30" height="30" as="alternateBounds"/>
                    </mxGeometry>
                </mxCell>
                <mxCell id="cUr93fnJDCKAC3NK_D3m-168" value="ProductID" style="shape=partialRectangle;connectable=0;fillColor=none;top=0;left=0;bottom=0;right=0;align=left;spacingLeft=6;overflow=hidden;whiteSpace=wrap;html=1;" parent="cUr93fnJDCKAC3NK_D3m-166" vertex="1">
                    <mxGeometry x="30" width="149" height="30" as="geometry">
                        <mxRectangle width="149" height="30" as="alternateBounds"/>
                    </mxGeometry>
                </mxCell>
                <mxCell id="cUr93fnJDCKAC3NK_D3m-178" value="" style="shape=tableRow;horizontal=0;startSize=0;swimlaneHead=0;swimlaneBody=0;fillColor=none;collapsible=0;dropTarget=0;points=[[0,0.5],[1,0.5]];portConstraint=eastwest;top=0;left=0;right=0;bottom=0;" parent="cUr93fnJDCKAC3NK_D3m-159" vertex="1">
                    <mxGeometry y="120" width="179" height="30" as="geometry"/>
                </mxCell>
                <mxCell id="cUr93fnJDCKAC3NK_D3m-179" value="" style="shape=partialRectangle;connectable=0;fillColor=none;top=0;left=0;bottom=0;right=0;editable=1;overflow=hidden;" parent="cUr93fnJDCKAC3NK_D3m-178" vertex="1">
                    <mxGeometry width="30" height="30" as="geometry">
                        <mxRectangle width="30" height="30" as="alternateBounds"/>
                    </mxGeometry>
                </mxCell>
                <mxCell id="cUr93fnJDCKAC3NK_D3m-180" value="SerialNumber" style="shape=partialRectangle;connectable=0;fillColor=none;top=0;left=0;bottom=0;right=0;align=left;spacingLeft=6;overflow=hidden;" parent="cUr93fnJDCKAC3NK_D3m-178" vertex="1">
                    <mxGeometry x="30" width="149" height="30" as="geometry">
                        <mxRectangle width="149" height="30" as="alternateBounds"/>
                    </mxGeometry>
                </mxCell>
                <mxCell id="cUr93fnJDCKAC3NK_D3m-206" value="" style="shape=tableRow;horizontal=0;startSize=0;swimlaneHead=0;swimlaneBody=0;fillColor=none;collapsible=0;dropTarget=0;points=[[0,0.5],[1,0.5]];portConstraint=eastwest;top=0;left=0;right=0;bottom=0;" parent="cUr93fnJDCKAC3NK_D3m-159" vertex="1">
                    <mxGeometry y="150" width="179" height="30" as="geometry"/>
                </mxCell>
                <mxCell id="cUr93fnJDCKAC3NK_D3m-207" value="" style="shape=partialRectangle;connectable=0;fillColor=none;top=0;left=0;bottom=0;right=0;editable=1;overflow=hidden;" parent="cUr93fnJDCKAC3NK_D3m-206" vertex="1">
                    <mxGeometry width="30" height="30" as="geometry">
                        <mxRectangle width="30" height="30" as="alternateBounds"/>
                    </mxGeometry>
                </mxCell>
                <mxCell id="cUr93fnJDCKAC3NK_D3m-208" value="LoginPassword" style="shape=partialRectangle;connectable=0;fillColor=none;top=0;left=0;bottom=0;right=0;align=left;spacingLeft=6;overflow=hidden;" parent="cUr93fnJDCKAC3NK_D3m-206" vertex="1">
                    <mxGeometry x="30" width="149" height="30" as="geometry">
                        <mxRectangle width="149" height="30" as="alternateBounds"/>
                    </mxGeometry>
                </mxCell>
                <mxCell id="cUr93fnJDCKAC3NK_D3m-209" value="" style="shape=tableRow;horizontal=0;startSize=0;swimlaneHead=0;swimlaneBody=0;fillColor=none;collapsible=0;dropTarget=0;points=[[0,0.5],[1,0.5]];portConstraint=eastwest;top=0;left=0;right=0;bottom=0;" parent="cUr93fnJDCKAC3NK_D3m-159" vertex="1">
                    <mxGeometry y="180" width="179" height="30" as="geometry"/>
                </mxCell>
                <mxCell id="cUr93fnJDCKAC3NK_D3m-210" value="" style="shape=partialRectangle;connectable=0;fillColor=none;top=0;left=0;bottom=0;right=0;editable=1;overflow=hidden;" parent="cUr93fnJDCKAC3NK_D3m-209" vertex="1">
                    <mxGeometry width="30" height="30" as="geometry">
                        <mxRectangle width="30" height="30" as="alternateBounds"/>
                    </mxGeometry>
                </mxCell>
                <mxCell id="cUr93fnJDCKAC3NK_D3m-211" value="AdditionalInfo" style="shape=partialRectangle;connectable=0;fillColor=none;top=0;left=0;bottom=0;right=0;align=left;spacingLeft=6;overflow=hidden;" parent="cUr93fnJDCKAC3NK_D3m-209" vertex="1">
                    <mxGeometry x="30" width="149" height="30" as="geometry">
                        <mxRectangle width="149" height="30" as="alternateBounds"/>
                    </mxGeometry>
                </mxCell>
                <mxCell id="cUr93fnJDCKAC3NK_D3m-172" value="" style="shape=tableRow;horizontal=0;startSize=0;swimlaneHead=0;swimlaneBody=0;fillColor=none;collapsible=0;dropTarget=0;points=[[0,0.5],[1,0.5]];portConstraint=eastwest;top=0;left=0;right=0;bottom=0;" parent="cUr93fnJDCKAC3NK_D3m-159" vertex="1">
                    <mxGeometry y="210" width="179" height="30" as="geometry"/>
                </mxCell>
                <mxCell id="cUr93fnJDCKAC3NK_D3m-173" value="" style="shape=partialRectangle;connectable=0;fillColor=none;top=0;left=0;bottom=0;right=0;editable=1;overflow=hidden;" parent="cUr93fnJDCKAC3NK_D3m-172" vertex="1">
                    <mxGeometry width="30" height="30" as="geometry">
                        <mxRectangle width="30" height="30" as="alternateBounds"/>
                    </mxGeometry>
                </mxCell>
                <mxCell id="cUr93fnJDCKAC3NK_D3m-174" value="AUD_CRE_DTTM" style="shape=partialRectangle;connectable=0;fillColor=none;top=0;left=0;bottom=0;right=0;align=left;spacingLeft=6;overflow=hidden;" parent="cUr93fnJDCKAC3NK_D3m-172" vertex="1">
                    <mxGeometry x="30" width="149" height="30" as="geometry">
                        <mxRectangle width="149" height="30" as="alternateBounds"/>
                    </mxGeometry>
                </mxCell>
                <mxCell id="cUr93fnJDCKAC3NK_D3m-181" value="" style="edgeStyle=entityRelationEdgeStyle;fontSize=12;html=1;endArrow=ERoneToMany;rounded=0;" parent="1" source="cUr93fnJDCKAC3NK_D3m-160" target="cUr93fnJDCKAC3NK_D3m-144" edge="1">
                    <mxGeometry width="100" height="100" relative="1" as="geometry">
                        <mxPoint x="360" y="540" as="sourcePoint"/>
                        <mxPoint x="460" y="440" as="targetPoint"/>
                    </mxGeometry>
                </mxCell>
                <mxCell id="cUr93fnJDCKAC3NK_D3m-186" value="" style="edgeStyle=entityRelationEdgeStyle;fontSize=12;html=1;endArrow=ERoneToMany;rounded=0;" parent="1" source="cUr93fnJDCKAC3NK_D3m-15" target="cUr93fnJDCKAC3NK_D3m-163" edge="1">
                    <mxGeometry width="100" height="100" relative="1" as="geometry">
                        <mxPoint x="40" y="420" as="sourcePoint"/>
                        <mxPoint x="140" y="320" as="targetPoint"/>
                    </mxGeometry>
                </mxCell>
                <mxCell id="cUr93fnJDCKAC3NK_D3m-187" value="Problem" style="shape=table;startSize=30;container=1;collapsible=1;childLayout=tableLayout;fixedRows=1;rowLines=0;fontStyle=1;align=center;resizeLast=1;html=1;" parent="1" vertex="1">
                    <mxGeometry x="450" y="620" width="179" height="90" as="geometry"/>
                </mxCell>
                <mxCell id="cUr93fnJDCKAC3NK_D3m-188" value="" style="shape=tableRow;horizontal=0;startSize=0;swimlaneHead=0;swimlaneBody=0;fillColor=none;collapsible=0;dropTarget=0;points=[[0,0.5],[1,0.5]];portConstraint=eastwest;top=0;left=0;right=0;bottom=1;" parent="cUr93fnJDCKAC3NK_D3m-187" vertex="1">
                    <mxGeometry y="30" width="179" height="30" as="geometry"/>
                </mxCell>
                <mxCell id="cUr93fnJDCKAC3NK_D3m-189" value="PK" style="shape=partialRectangle;connectable=0;fillColor=none;top=0;left=0;bottom=0;right=0;fontStyle=1;overflow=hidden;whiteSpace=wrap;html=1;" parent="cUr93fnJDCKAC3NK_D3m-188" vertex="1">
                    <mxGeometry width="30" height="30" as="geometry">
                        <mxRectangle width="30" height="30" as="alternateBounds"/>
                    </mxGeometry>
                </mxCell>
                <mxCell id="cUr93fnJDCKAC3NK_D3m-190" value="ProblemID" style="shape=partialRectangle;connectable=0;fillColor=none;top=0;left=0;bottom=0;right=0;align=left;spacingLeft=6;fontStyle=5;overflow=hidden;whiteSpace=wrap;html=1;" parent="cUr93fnJDCKAC3NK_D3m-188" vertex="1">
                    <mxGeometry x="30" width="149" height="30" as="geometry">
                        <mxRectangle width="149" height="30" as="alternateBounds"/>
                    </mxGeometry>
                </mxCell>
                <mxCell id="cUr93fnJDCKAC3NK_D3m-194" value="" style="shape=tableRow;horizontal=0;startSize=0;swimlaneHead=0;swimlaneBody=0;fillColor=none;collapsible=0;dropTarget=0;points=[[0,0.5],[1,0.5]];portConstraint=eastwest;top=0;left=0;right=0;bottom=0;" parent="cUr93fnJDCKAC3NK_D3m-187" vertex="1">
                    <mxGeometry y="60" width="179" height="30" as="geometry"/>
                </mxCell>
                <mxCell id="cUr93fnJDCKAC3NK_D3m-195" value="" style="shape=partialRectangle;connectable=0;fillColor=none;top=0;left=0;bottom=0;right=0;editable=1;overflow=hidden;whiteSpace=wrap;html=1;" parent="cUr93fnJDCKAC3NK_D3m-194" vertex="1">
                    <mxGeometry width="30" height="30" as="geometry">
                        <mxRectangle width="30" height="30" as="alternateBounds"/>
                    </mxGeometry>
                </mxCell>
                <mxCell id="cUr93fnJDCKAC3NK_D3m-196" value="Name" style="shape=partialRectangle;connectable=0;fillColor=none;top=0;left=0;bottom=0;right=0;align=left;spacingLeft=6;overflow=hidden;whiteSpace=wrap;html=1;" parent="cUr93fnJDCKAC3NK_D3m-194" vertex="1">
                    <mxGeometry x="30" width="149" height="30" as="geometry">
                        <mxRectangle width="149" height="30" as="alternateBounds"/>
                    </mxGeometry>
                </mxCell>
                <mxCell id="cUr93fnJDCKAC3NK_D3m-215" value="ProductType" style="shape=table;startSize=30;container=1;collapsible=1;childLayout=tableLayout;fixedRows=1;rowLines=0;fontStyle=1;align=center;resizeLast=1;html=1;" parent="1" vertex="1">
                    <mxGeometry x="-220" y="598" width="179" height="90" as="geometry"/>
                </mxCell>
                <mxCell id="cUr93fnJDCKAC3NK_D3m-216" value="" style="shape=tableRow;horizontal=0;startSize=0;swimlaneHead=0;swimlaneBody=0;fillColor=none;collapsible=0;dropTarget=0;points=[[0,0.5],[1,0.5]];portConstraint=eastwest;top=0;left=0;right=0;bottom=1;" parent="cUr93fnJDCKAC3NK_D3m-215" vertex="1">
                    <mxGeometry y="30" width="179" height="30" as="geometry"/>
                </mxCell>
                <mxCell id="cUr93fnJDCKAC3NK_D3m-217" value="PK" style="shape=partialRectangle;connectable=0;fillColor=none;top=0;left=0;bottom=0;right=0;fontStyle=1;overflow=hidden;whiteSpace=wrap;html=1;" parent="cUr93fnJDCKAC3NK_D3m-216" vertex="1">
                    <mxGeometry width="30" height="30" as="geometry">
                        <mxRectangle width="30" height="30" as="alternateBounds"/>
                    </mxGeometry>
                </mxCell>
                <mxCell id="cUr93fnJDCKAC3NK_D3m-218" value="ProductTypeID" style="shape=partialRectangle;connectable=0;fillColor=none;top=0;left=0;bottom=0;right=0;align=left;spacingLeft=6;fontStyle=5;overflow=hidden;whiteSpace=wrap;html=1;" parent="cUr93fnJDCKAC3NK_D3m-216" vertex="1">
                    <mxGeometry x="30" width="149" height="30" as="geometry">
                        <mxRectangle width="149" height="30" as="alternateBounds"/>
                    </mxGeometry>
                </mxCell>
                <mxCell id="cUr93fnJDCKAC3NK_D3m-219" value="" style="shape=tableRow;horizontal=0;startSize=0;swimlaneHead=0;swimlaneBody=0;fillColor=none;collapsible=0;dropTarget=0;points=[[0,0.5],[1,0.5]];portConstraint=eastwest;top=0;left=0;right=0;bottom=0;" parent="cUr93fnJDCKAC3NK_D3m-215" vertex="1">
                    <mxGeometry y="60" width="179" height="30" as="geometry"/>
                </mxCell>
                <mxCell id="cUr93fnJDCKAC3NK_D3m-220" value="" style="shape=partialRectangle;connectable=0;fillColor=none;top=0;left=0;bottom=0;right=0;editable=1;overflow=hidden;whiteSpace=wrap;html=1;" parent="cUr93fnJDCKAC3NK_D3m-219" vertex="1">
                    <mxGeometry width="30" height="30" as="geometry">
                        <mxRectangle width="30" height="30" as="alternateBounds"/>
                    </mxGeometry>
                </mxCell>
                <mxCell id="cUr93fnJDCKAC3NK_D3m-221" value="Name" style="shape=partialRectangle;connectable=0;fillColor=none;top=0;left=0;bottom=0;right=0;align=left;spacingLeft=6;overflow=hidden;whiteSpace=wrap;html=1;" parent="cUr93fnJDCKAC3NK_D3m-219" vertex="1">
                    <mxGeometry x="30" width="149" height="30" as="geometry">
                        <mxRectangle width="149" height="30" as="alternateBounds"/>
                    </mxGeometry>
                </mxCell>
                <mxCell id="cUr93fnJDCKAC3NK_D3m-229" value="Brand" style="shape=table;startSize=30;container=1;collapsible=1;childLayout=tableLayout;fixedRows=1;rowLines=0;fontStyle=1;align=center;resizeLast=1;html=1;" parent="1" vertex="1">
                    <mxGeometry x="-620" y="420" width="179" height="90" as="geometry"/>
                </mxCell>
                <mxCell id="cUr93fnJDCKAC3NK_D3m-230" value="" style="shape=tableRow;horizontal=0;startSize=0;swimlaneHead=0;swimlaneBody=0;fillColor=none;collapsible=0;dropTarget=0;points=[[0,0.5],[1,0.5]];portConstraint=eastwest;top=0;left=0;right=0;bottom=1;" parent="cUr93fnJDCKAC3NK_D3m-229" vertex="1">
                    <mxGeometry y="30" width="179" height="30" as="geometry"/>
                </mxCell>
                <mxCell id="cUr93fnJDCKAC3NK_D3m-231" value="PK" style="shape=partialRectangle;connectable=0;fillColor=none;top=0;left=0;bottom=0;right=0;fontStyle=1;overflow=hidden;whiteSpace=wrap;html=1;" parent="cUr93fnJDCKAC3NK_D3m-230" vertex="1">
                    <mxGeometry width="30" height="30" as="geometry">
                        <mxRectangle width="30" height="30" as="alternateBounds"/>
                    </mxGeometry>
                </mxCell>
                <mxCell id="cUr93fnJDCKAC3NK_D3m-232" value="BrandID" style="shape=partialRectangle;connectable=0;fillColor=none;top=0;left=0;bottom=0;right=0;align=left;spacingLeft=6;fontStyle=5;overflow=hidden;whiteSpace=wrap;html=1;" parent="cUr93fnJDCKAC3NK_D3m-230" vertex="1">
                    <mxGeometry x="30" width="149" height="30" as="geometry">
                        <mxRectangle width="149" height="30" as="alternateBounds"/>
                    </mxGeometry>
                </mxCell>
                <mxCell id="cUr93fnJDCKAC3NK_D3m-233" value="" style="shape=tableRow;horizontal=0;startSize=0;swimlaneHead=0;swimlaneBody=0;fillColor=none;collapsible=0;dropTarget=0;points=[[0,0.5],[1,0.5]];portConstraint=eastwest;top=0;left=0;right=0;bottom=0;" parent="cUr93fnJDCKAC3NK_D3m-229" vertex="1">
                    <mxGeometry y="60" width="179" height="30" as="geometry"/>
                </mxCell>
                <mxCell id="cUr93fnJDCKAC3NK_D3m-234" value="" style="shape=partialRectangle;connectable=0;fillColor=none;top=0;left=0;bottom=0;right=0;editable=1;overflow=hidden;whiteSpace=wrap;html=1;" parent="cUr93fnJDCKAC3NK_D3m-233" vertex="1">
                    <mxGeometry width="30" height="30" as="geometry">
                        <mxRectangle width="30" height="30" as="alternateBounds"/>
                    </mxGeometry>
                </mxCell>
                <mxCell id="cUr93fnJDCKAC3NK_D3m-235" value="Name" style="shape=partialRectangle;connectable=0;fillColor=none;top=0;left=0;bottom=0;right=0;align=left;spacingLeft=6;overflow=hidden;whiteSpace=wrap;html=1;" parent="cUr93fnJDCKAC3NK_D3m-233" vertex="1">
                    <mxGeometry x="30" width="149" height="30" as="geometry">
                        <mxRectangle width="149" height="30" as="alternateBounds"/>
                    </mxGeometry>
                </mxCell>
                <mxCell id="cUr93fnJDCKAC3NK_D3m-239" value="Product" style="shape=table;startSize=30;container=1;collapsible=1;childLayout=tableLayout;fixedRows=1;rowLines=0;fontStyle=1;align=center;resizeLast=1;html=1;" parent="1" vertex="1">
                    <mxGeometry x="-420" y="360" width="179" height="210" as="geometry"/>
                </mxCell>
                <mxCell id="cUr93fnJDCKAC3NK_D3m-240" value="" style="shape=tableRow;horizontal=0;startSize=0;swimlaneHead=0;swimlaneBody=0;fillColor=none;collapsible=0;dropTarget=0;points=[[0,0.5],[1,0.5]];portConstraint=eastwest;top=0;left=0;right=0;bottom=1;" parent="cUr93fnJDCKAC3NK_D3m-239" vertex="1">
                    <mxGeometry y="30" width="179" height="30" as="geometry"/>
                </mxCell>
                <mxCell id="cUr93fnJDCKAC3NK_D3m-241" value="PK" style="shape=partialRectangle;connectable=0;fillColor=none;top=0;left=0;bottom=0;right=0;fontStyle=1;overflow=hidden;whiteSpace=wrap;html=1;" parent="cUr93fnJDCKAC3NK_D3m-240" vertex="1">
                    <mxGeometry width="30" height="30" as="geometry">
                        <mxRectangle width="30" height="30" as="alternateBounds"/>
                    </mxGeometry>
                </mxCell>
                <mxCell id="cUr93fnJDCKAC3NK_D3m-242" value="ProductID" style="shape=partialRectangle;connectable=0;fillColor=none;top=0;left=0;bottom=0;right=0;align=left;spacingLeft=6;fontStyle=5;overflow=hidden;whiteSpace=wrap;html=1;" parent="cUr93fnJDCKAC3NK_D3m-240" vertex="1">
                    <mxGeometry x="30" width="149" height="30" as="geometry">
                        <mxRectangle width="149" height="30" as="alternateBounds"/>
                    </mxGeometry>
                </mxCell>
                <mxCell id="cUr93fnJDCKAC3NK_D3m-246" value="" style="shape=tableRow;horizontal=0;startSize=0;swimlaneHead=0;swimlaneBody=0;fillColor=none;collapsible=0;dropTarget=0;points=[[0,0.5],[1,0.5]];portConstraint=eastwest;top=0;left=0;right=0;bottom=0;" parent="cUr93fnJDCKAC3NK_D3m-239" vertex="1">
                    <mxGeometry y="60" width="179" height="30" as="geometry"/>
                </mxCell>
                <mxCell id="cUr93fnJDCKAC3NK_D3m-247" value="" style="shape=partialRectangle;connectable=0;fillColor=none;top=0;left=0;bottom=0;right=0;editable=1;overflow=hidden;whiteSpace=wrap;html=1;" parent="cUr93fnJDCKAC3NK_D3m-246" vertex="1">
                    <mxGeometry width="30" height="30" as="geometry">
                        <mxRectangle width="30" height="30" as="alternateBounds"/>
                    </mxGeometry>
                </mxCell>
                <mxCell id="cUr93fnJDCKAC3NK_D3m-248" value="Name" style="shape=partialRectangle;connectable=0;fillColor=none;top=0;left=0;bottom=0;right=0;align=left;spacingLeft=6;overflow=hidden;whiteSpace=wrap;html=1;" parent="cUr93fnJDCKAC3NK_D3m-246" vertex="1">
                    <mxGeometry x="30" width="149" height="30" as="geometry">
                        <mxRectangle width="149" height="30" as="alternateBounds"/>
                    </mxGeometry>
                </mxCell>
                <mxCell id="cUr93fnJDCKAC3NK_D3m-249" value="" style="shape=tableRow;horizontal=0;startSize=0;swimlaneHead=0;swimlaneBody=0;fillColor=none;collapsible=0;dropTarget=0;points=[[0,0.5],[1,0.5]];portConstraint=eastwest;top=0;left=0;right=0;bottom=0;" parent="cUr93fnJDCKAC3NK_D3m-239" vertex="1">
                    <mxGeometry y="90" width="179" height="30" as="geometry"/>
                </mxCell>
                <mxCell id="cUr93fnJDCKAC3NK_D3m-250" value="FK" style="shape=partialRectangle;connectable=0;fillColor=none;top=0;left=0;bottom=0;right=0;editable=1;overflow=hidden;whiteSpace=wrap;html=1;" parent="cUr93fnJDCKAC3NK_D3m-249" vertex="1">
                    <mxGeometry width="30" height="30" as="geometry">
                        <mxRectangle width="30" height="30" as="alternateBounds"/>
                    </mxGeometry>
                </mxCell>
                <mxCell id="cUr93fnJDCKAC3NK_D3m-251" value="BrandID" style="shape=partialRectangle;connectable=0;fillColor=none;top=0;left=0;bottom=0;right=0;align=left;spacingLeft=6;overflow=hidden;whiteSpace=wrap;html=1;" parent="cUr93fnJDCKAC3NK_D3m-249" vertex="1">
                    <mxGeometry x="30" width="149" height="30" as="geometry">
                        <mxRectangle width="149" height="30" as="alternateBounds"/>
                    </mxGeometry>
                </mxCell>
                <mxCell id="12" value="" style="shape=tableRow;horizontal=0;startSize=0;swimlaneHead=0;swimlaneBody=0;fillColor=none;collapsible=0;dropTarget=0;points=[[0,0.5],[1,0.5]];portConstraint=eastwest;top=0;left=0;right=0;bottom=0;" vertex="1" parent="cUr93fnJDCKAC3NK_D3m-239">
                    <mxGeometry y="120" width="179" height="30" as="geometry"/>
                </mxCell>
                <mxCell id="13" value="" style="shape=partialRectangle;connectable=0;fillColor=none;top=0;left=0;bottom=0;right=0;editable=1;overflow=hidden;" vertex="1" parent="12">
                    <mxGeometry width="30" height="30" as="geometry">
                        <mxRectangle width="30" height="30" as="alternateBounds"/>
                    </mxGeometry>
                </mxCell>
                <mxCell id="14" value="description" style="shape=partialRectangle;connectable=0;fillColor=none;top=0;left=0;bottom=0;right=0;align=left;spacingLeft=6;overflow=hidden;" vertex="1" parent="12">
                    <mxGeometry x="30" width="149" height="30" as="geometry">
                        <mxRectangle width="149" height="30" as="alternateBounds"/>
                    </mxGeometry>
                </mxCell>
                <mxCell id="cUr93fnJDCKAC3NK_D3m-261" value="" style="shape=tableRow;horizontal=0;startSize=0;swimlaneHead=0;swimlaneBody=0;fillColor=none;collapsible=0;dropTarget=0;points=[[0,0.5],[1,0.5]];portConstraint=eastwest;top=0;left=0;right=0;bottom=0;" parent="cUr93fnJDCKAC3NK_D3m-239" vertex="1">
                    <mxGeometry y="150" width="179" height="30" as="geometry"/>
                </mxCell>
                <mxCell id="cUr93fnJDCKAC3NK_D3m-262" value="FK" style="shape=partialRectangle;connectable=0;fillColor=none;top=0;left=0;bottom=0;right=0;editable=1;overflow=hidden;" parent="cUr93fnJDCKAC3NK_D3m-261" vertex="1">
                    <mxGeometry width="30" height="30" as="geometry">
                        <mxRectangle width="30" height="30" as="alternateBounds"/>
                    </mxGeometry>
                </mxCell>
                <mxCell id="cUr93fnJDCKAC3NK_D3m-263" value="ProductTypeID" style="shape=partialRectangle;connectable=0;fillColor=none;top=0;left=0;bottom=0;right=0;align=left;spacingLeft=6;overflow=hidden;" parent="cUr93fnJDCKAC3NK_D3m-261" vertex="1">
                    <mxGeometry x="30" width="149" height="30" as="geometry">
                        <mxRectangle width="149" height="30" as="alternateBounds"/>
                    </mxGeometry>
                </mxCell>
                <mxCell id="cUr93fnJDCKAC3NK_D3m-264" value="" style="shape=tableRow;horizontal=0;startSize=0;swimlaneHead=0;swimlaneBody=0;fillColor=none;collapsible=0;dropTarget=0;points=[[0,0.5],[1,0.5]];portConstraint=eastwest;top=0;left=0;right=0;bottom=0;" parent="cUr93fnJDCKAC3NK_D3m-239" vertex="1">
                    <mxGeometry y="180" width="179" height="30" as="geometry"/>
                </mxCell>
                <mxCell id="cUr93fnJDCKAC3NK_D3m-265" value="" style="shape=partialRectangle;connectable=0;fillColor=none;top=0;left=0;bottom=0;right=0;editable=1;overflow=hidden;" parent="cUr93fnJDCKAC3NK_D3m-264" vertex="1">
                    <mxGeometry width="30" height="30" as="geometry">
                        <mxRectangle width="30" height="30" as="alternateBounds"/>
                    </mxGeometry>
                </mxCell>
                <mxCell id="cUr93fnJDCKAC3NK_D3m-266" value="AUD_CRE_DTTM" style="shape=partialRectangle;connectable=0;fillColor=none;top=0;left=0;bottom=0;right=0;align=left;spacingLeft=6;overflow=hidden;" parent="cUr93fnJDCKAC3NK_D3m-264" vertex="1">
                    <mxGeometry x="30" width="149" height="30" as="geometry">
                        <mxRectangle width="149" height="30" as="alternateBounds"/>
                    </mxGeometry>
                </mxCell>
                <mxCell id="cUr93fnJDCKAC3NK_D3m-271" value="" style="edgeStyle=entityRelationEdgeStyle;fontSize=12;html=1;endArrow=ERoneToMany;rounded=0;entryX=0.978;entryY=0.3;entryDx=0;entryDy=0;entryPerimeter=0;" parent="1" source="cUr93fnJDCKAC3NK_D3m-166" target="cUr93fnJDCKAC3NK_D3m-240" edge="1">
                    <mxGeometry width="100" height="100" relative="1" as="geometry">
                        <mxPoint x="70" y="620" as="sourcePoint"/>
                        <mxPoint x="170" y="520" as="targetPoint"/>
                    </mxGeometry>
                </mxCell>
                <mxCell id="cUr93fnJDCKAC3NK_D3m-272" value="" style="fontSize=12;html=1;endArrow=ERoneToMany;rounded=0;entryX=1;entryY=0.5;entryDx=0;entryDy=0;" parent="1" source="cUr93fnJDCKAC3NK_D3m-249" target="cUr93fnJDCKAC3NK_D3m-230" edge="1">
                    <mxGeometry width="100" height="100" relative="1" as="geometry">
                        <mxPoint x="30" y="800" as="sourcePoint"/>
                        <mxPoint x="410" y="690" as="targetPoint"/>
                    </mxGeometry>
                </mxCell>
                <mxCell id="cUr93fnJDCKAC3NK_D3m-274" value="" style="edgeStyle=entityRelationEdgeStyle;fontSize=12;html=1;endArrow=ERoneToMany;rounded=0;" parent="1" source="cUr93fnJDCKAC3NK_D3m-261" target="cUr93fnJDCKAC3NK_D3m-216" edge="1">
                    <mxGeometry width="100" height="100" relative="1" as="geometry">
                        <mxPoint x="290" y="890" as="sourcePoint"/>
                        <mxPoint x="390" y="790" as="targetPoint"/>
                    </mxGeometry>
                </mxCell>
                <mxCell id="cUr93fnJDCKAC3NK_D3m-275" value="ServiceStatus" style="shape=table;startSize=30;container=1;collapsible=1;childLayout=tableLayout;fixedRows=1;rowLines=0;fontStyle=1;align=center;resizeLast=1;html=1;" parent="1" vertex="1">
                    <mxGeometry x="430" y="350" width="179" height="180" as="geometry"/>
                </mxCell>
                <mxCell id="cUr93fnJDCKAC3NK_D3m-276" value="" style="shape=tableRow;horizontal=0;startSize=0;swimlaneHead=0;swimlaneBody=0;fillColor=none;collapsible=0;dropTarget=0;points=[[0,0.5],[1,0.5]];portConstraint=eastwest;top=0;left=0;right=0;bottom=1;" parent="cUr93fnJDCKAC3NK_D3m-275" vertex="1">
                    <mxGeometry y="30" width="179" height="30" as="geometry"/>
                </mxCell>
                <mxCell id="cUr93fnJDCKAC3NK_D3m-277" value="PK" style="shape=partialRectangle;connectable=0;fillColor=none;top=0;left=0;bottom=0;right=0;fontStyle=1;overflow=hidden;whiteSpace=wrap;html=1;" parent="cUr93fnJDCKAC3NK_D3m-276" vertex="1">
                    <mxGeometry width="30" height="30" as="geometry">
                        <mxRectangle width="30" height="30" as="alternateBounds"/>
                    </mxGeometry>
                </mxCell>
                <mxCell id="cUr93fnJDCKAC3NK_D3m-278" value="ServiceStatusID" style="shape=partialRectangle;connectable=0;fillColor=none;top=0;left=0;bottom=0;right=0;align=left;spacingLeft=6;fontStyle=5;overflow=hidden;whiteSpace=wrap;html=1;" parent="cUr93fnJDCKAC3NK_D3m-276" vertex="1">
                    <mxGeometry x="30" width="149" height="30" as="geometry">
                        <mxRectangle width="149" height="30" as="alternateBounds"/>
                    </mxGeometry>
                </mxCell>
                <mxCell id="cUr93fnJDCKAC3NK_D3m-279" value="" style="shape=tableRow;horizontal=0;startSize=0;swimlaneHead=0;swimlaneBody=0;fillColor=none;collapsible=0;dropTarget=0;points=[[0,0.5],[1,0.5]];portConstraint=eastwest;top=0;left=0;right=0;bottom=0;" parent="cUr93fnJDCKAC3NK_D3m-275" vertex="1">
                    <mxGeometry y="60" width="179" height="30" as="geometry"/>
                </mxCell>
                <mxCell id="cUr93fnJDCKAC3NK_D3m-280" value="FK" style="shape=partialRectangle;connectable=0;fillColor=none;top=0;left=0;bottom=0;right=0;editable=1;overflow=hidden;whiteSpace=wrap;html=1;" parent="cUr93fnJDCKAC3NK_D3m-279" vertex="1">
                    <mxGeometry width="30" height="30" as="geometry">
                        <mxRectangle width="30" height="30" as="alternateBounds"/>
                    </mxGeometry>
                </mxCell>
                <mxCell id="cUr93fnJDCKAC3NK_D3m-281" value="ServicerID" style="shape=partialRectangle;connectable=0;fillColor=none;top=0;left=0;bottom=0;right=0;align=left;spacingLeft=6;overflow=hidden;whiteSpace=wrap;html=1;" parent="cUr93fnJDCKAC3NK_D3m-279" vertex="1">
                    <mxGeometry x="30" width="149" height="30" as="geometry">
                        <mxRectangle width="149" height="30" as="alternateBounds"/>
                    </mxGeometry>
                </mxCell>
                <mxCell id="cUr93fnJDCKAC3NK_D3m-282" value="" style="shape=tableRow;horizontal=0;startSize=0;swimlaneHead=0;swimlaneBody=0;fillColor=none;collapsible=0;dropTarget=0;points=[[0,0.5],[1,0.5]];portConstraint=eastwest;top=0;left=0;right=0;bottom=0;" parent="cUr93fnJDCKAC3NK_D3m-275" vertex="1">
                    <mxGeometry y="90" width="179" height="30" as="geometry"/>
                </mxCell>
                <mxCell id="cUr93fnJDCKAC3NK_D3m-283" value="FK" style="shape=partialRectangle;connectable=0;fillColor=none;top=0;left=0;bottom=0;right=0;editable=1;overflow=hidden;whiteSpace=wrap;html=1;" parent="cUr93fnJDCKAC3NK_D3m-282" vertex="1">
                    <mxGeometry width="30" height="30" as="geometry">
                        <mxRectangle width="30" height="30" as="alternateBounds"/>
                    </mxGeometry>
                </mxCell>
                <mxCell id="cUr93fnJDCKAC3NK_D3m-284" value="StatusID" style="shape=partialRectangle;connectable=0;fillColor=none;top=0;left=0;bottom=0;right=0;align=left;spacingLeft=6;overflow=hidden;whiteSpace=wrap;html=1;" parent="cUr93fnJDCKAC3NK_D3m-282" vertex="1">
                    <mxGeometry x="30" width="149" height="30" as="geometry">
                        <mxRectangle width="149" height="30" as="alternateBounds"/>
                    </mxGeometry>
                </mxCell>
                <mxCell id="i-P9ySIGG9A3UQozedbz-90" value="" style="shape=tableRow;horizontal=0;startSize=0;swimlaneHead=0;swimlaneBody=0;fillColor=none;collapsible=0;dropTarget=0;points=[[0,0.5],[1,0.5]];portConstraint=eastwest;top=0;left=0;right=0;bottom=0;" parent="cUr93fnJDCKAC3NK_D3m-275" vertex="1">
                    <mxGeometry y="120" width="179" height="30" as="geometry"/>
                </mxCell>
                <mxCell id="i-P9ySIGG9A3UQozedbz-91" value="" style="shape=partialRectangle;connectable=0;fillColor=none;top=0;left=0;bottom=0;right=0;editable=1;overflow=hidden;" parent="i-P9ySIGG9A3UQozedbz-90" vertex="1">
                    <mxGeometry width="30" height="30" as="geometry">
                        <mxRectangle width="30" height="30" as="alternateBounds"/>
                    </mxGeometry>
                </mxCell>
                <mxCell id="i-P9ySIGG9A3UQozedbz-92" value="Comment" style="shape=partialRectangle;connectable=0;fillColor=none;top=0;left=0;bottom=0;right=0;align=left;spacingLeft=6;overflow=hidden;" parent="i-P9ySIGG9A3UQozedbz-90" vertex="1">
                    <mxGeometry x="30" width="149" height="30" as="geometry">
                        <mxRectangle width="149" height="30" as="alternateBounds"/>
                    </mxGeometry>
                </mxCell>
                <mxCell id="cUr93fnJDCKAC3NK_D3m-288" value="" style="shape=tableRow;horizontal=0;startSize=0;swimlaneHead=0;swimlaneBody=0;fillColor=none;collapsible=0;dropTarget=0;points=[[0,0.5],[1,0.5]];portConstraint=eastwest;top=0;left=0;right=0;bottom=0;" parent="cUr93fnJDCKAC3NK_D3m-275" vertex="1">
                    <mxGeometry y="150" width="179" height="30" as="geometry"/>
                </mxCell>
                <mxCell id="cUr93fnJDCKAC3NK_D3m-289" value="" style="shape=partialRectangle;connectable=0;fillColor=none;top=0;left=0;bottom=0;right=0;editable=1;overflow=hidden;" parent="cUr93fnJDCKAC3NK_D3m-288" vertex="1">
                    <mxGeometry width="30" height="30" as="geometry">
                        <mxRectangle width="30" height="30" as="alternateBounds"/>
                    </mxGeometry>
                </mxCell>
                <mxCell id="cUr93fnJDCKAC3NK_D3m-290" value="AUD_CRE_DTTM" style="shape=partialRectangle;connectable=0;fillColor=none;top=0;left=0;bottom=0;right=0;align=left;spacingLeft=6;overflow=hidden;" parent="cUr93fnJDCKAC3NK_D3m-288" vertex="1">
                    <mxGeometry x="30" width="149" height="30" as="geometry">
                        <mxRectangle width="149" height="30" as="alternateBounds"/>
                    </mxGeometry>
                </mxCell>
                <mxCell id="cUr93fnJDCKAC3NK_D3m-294" value="" style="edgeStyle=entityRelationEdgeStyle;fontSize=12;html=1;endArrow=ERoneToMany;rounded=0;exitX=1;exitY=0.5;exitDx=0;exitDy=0;" parent="1" source="cUr93fnJDCKAC3NK_D3m-141" target="cUr93fnJDCKAC3NK_D3m-279" edge="1">
                    <mxGeometry width="100" height="100" relative="1" as="geometry">
                        <mxPoint x="660" y="400" as="sourcePoint"/>
                        <mxPoint x="760" y="300" as="targetPoint"/>
                    </mxGeometry>
                </mxCell>
                <mxCell id="i-P9ySIGG9A3UQozedbz-1" value="Status" style="shape=table;startSize=30;container=1;collapsible=1;childLayout=tableLayout;fixedRows=1;rowLines=0;fontStyle=1;align=center;resizeLast=1;html=1;" parent="1" vertex="1">
                    <mxGeometry x="671" y="535" width="179" height="150" as="geometry"/>
                </mxCell>
                <mxCell id="i-P9ySIGG9A3UQozedbz-2" value="" style="shape=tableRow;horizontal=0;startSize=0;swimlaneHead=0;swimlaneBody=0;fillColor=none;collapsible=0;dropTarget=0;points=[[0,0.5],[1,0.5]];portConstraint=eastwest;top=0;left=0;right=0;bottom=1;" parent="i-P9ySIGG9A3UQozedbz-1" vertex="1">
                    <mxGeometry y="30" width="179" height="30" as="geometry"/>
                </mxCell>
                <mxCell id="i-P9ySIGG9A3UQozedbz-3" value="PK" style="shape=partialRectangle;connectable=0;fillColor=none;top=0;left=0;bottom=0;right=0;fontStyle=1;overflow=hidden;whiteSpace=wrap;html=1;" parent="i-P9ySIGG9A3UQozedbz-2" vertex="1">
                    <mxGeometry width="30" height="30" as="geometry">
                        <mxRectangle width="30" height="30" as="alternateBounds"/>
                    </mxGeometry>
                </mxCell>
                <mxCell id="i-P9ySIGG9A3UQozedbz-4" value="StatusID" style="shape=partialRectangle;connectable=0;fillColor=none;top=0;left=0;bottom=0;right=0;align=left;spacingLeft=6;fontStyle=5;overflow=hidden;whiteSpace=wrap;html=1;" parent="i-P9ySIGG9A3UQozedbz-2" vertex="1">
                    <mxGeometry x="30" width="149" height="30" as="geometry">
                        <mxRectangle width="149" height="30" as="alternateBounds"/>
                    </mxGeometry>
                </mxCell>
                <mxCell id="i-P9ySIGG9A3UQozedbz-5" value="" style="shape=tableRow;horizontal=0;startSize=0;swimlaneHead=0;swimlaneBody=0;fillColor=none;collapsible=0;dropTarget=0;points=[[0,0.5],[1,0.5]];portConstraint=eastwest;top=0;left=0;right=0;bottom=0;" parent="i-P9ySIGG9A3UQozedbz-1" vertex="1">
                    <mxGeometry y="60" width="179" height="30" as="geometry"/>
                </mxCell>
                <mxCell id="i-P9ySIGG9A3UQozedbz-6" value="" style="shape=partialRectangle;connectable=0;fillColor=none;top=0;left=0;bottom=0;right=0;editable=1;overflow=hidden;whiteSpace=wrap;html=1;" parent="i-P9ySIGG9A3UQozedbz-5" vertex="1">
                    <mxGeometry width="30" height="30" as="geometry">
                        <mxRectangle width="30" height="30" as="alternateBounds"/>
                    </mxGeometry>
                </mxCell>
                <mxCell id="i-P9ySIGG9A3UQozedbz-7" value="Name" style="shape=partialRectangle;connectable=0;fillColor=none;top=0;left=0;bottom=0;right=0;align=left;spacingLeft=6;overflow=hidden;whiteSpace=wrap;html=1;" parent="i-P9ySIGG9A3UQozedbz-5" vertex="1">
                    <mxGeometry x="30" width="149" height="30" as="geometry">
                        <mxRectangle width="149" height="30" as="alternateBounds"/>
                    </mxGeometry>
                </mxCell>
                <mxCell id="i-P9ySIGG9A3UQozedbz-24" value="" style="shape=tableRow;horizontal=0;startSize=0;swimlaneHead=0;swimlaneBody=0;fillColor=none;collapsible=0;dropTarget=0;points=[[0,0.5],[1,0.5]];portConstraint=eastwest;top=0;left=0;right=0;bottom=0;" parent="i-P9ySIGG9A3UQozedbz-1" vertex="1">
                    <mxGeometry y="90" width="179" height="30" as="geometry"/>
                </mxCell>
                <mxCell id="i-P9ySIGG9A3UQozedbz-25" value="" style="shape=partialRectangle;connectable=0;fillColor=none;top=0;left=0;bottom=0;right=0;editable=1;overflow=hidden;" parent="i-P9ySIGG9A3UQozedbz-24" vertex="1">
                    <mxGeometry width="30" height="30" as="geometry">
                        <mxRectangle width="30" height="30" as="alternateBounds"/>
                    </mxGeometry>
                </mxCell>
                <mxCell id="i-P9ySIGG9A3UQozedbz-26" value="NeedApproval" style="shape=partialRectangle;connectable=0;fillColor=none;top=0;left=0;bottom=0;right=0;align=left;spacingLeft=6;overflow=hidden;" parent="i-P9ySIGG9A3UQozedbz-24" vertex="1">
                    <mxGeometry x="30" width="149" height="30" as="geometry">
                        <mxRectangle width="149" height="30" as="alternateBounds"/>
                    </mxGeometry>
                </mxCell>
                <mxCell id="i-P9ySIGG9A3UQozedbz-14" value="" style="shape=tableRow;horizontal=0;startSize=0;swimlaneHead=0;swimlaneBody=0;fillColor=none;collapsible=0;dropTarget=0;points=[[0,0.5],[1,0.5]];portConstraint=eastwest;top=0;left=0;right=0;bottom=0;" parent="i-P9ySIGG9A3UQozedbz-1" vertex="1">
                    <mxGeometry y="120" width="179" height="30" as="geometry"/>
                </mxCell>
                <mxCell id="i-P9ySIGG9A3UQozedbz-15" value="" style="shape=partialRectangle;connectable=0;fillColor=none;top=0;left=0;bottom=0;right=0;editable=1;overflow=hidden;" parent="i-P9ySIGG9A3UQozedbz-14" vertex="1">
                    <mxGeometry width="30" height="30" as="geometry">
                        <mxRectangle width="30" height="30" as="alternateBounds"/>
                    </mxGeometry>
                </mxCell>
                <mxCell id="i-P9ySIGG9A3UQozedbz-16" value="AUD_CRE_DTTM" style="shape=partialRectangle;connectable=0;fillColor=none;top=0;left=0;bottom=0;right=0;align=left;spacingLeft=6;overflow=hidden;" parent="i-P9ySIGG9A3UQozedbz-14" vertex="1">
                    <mxGeometry x="30" width="149" height="30" as="geometry">
                        <mxRectangle width="149" height="30" as="alternateBounds"/>
                    </mxGeometry>
                </mxCell>
                <mxCell id="i-P9ySIGG9A3UQozedbz-20" value="" style="edgeStyle=entityRelationEdgeStyle;fontSize=12;html=1;endArrow=ERoneToMany;rounded=0;" parent="1" source="i-P9ySIGG9A3UQozedbz-2" target="cUr93fnJDCKAC3NK_D3m-282" edge="1">
                    <mxGeometry width="100" height="100" relative="1" as="geometry">
                        <mxPoint x="609" y="425" as="sourcePoint"/>
                        <mxPoint x="690" y="115" as="targetPoint"/>
                    </mxGeometry>
                </mxCell>
            </root>
        </mxGraphModel>
    </diagram>
</mxfile>